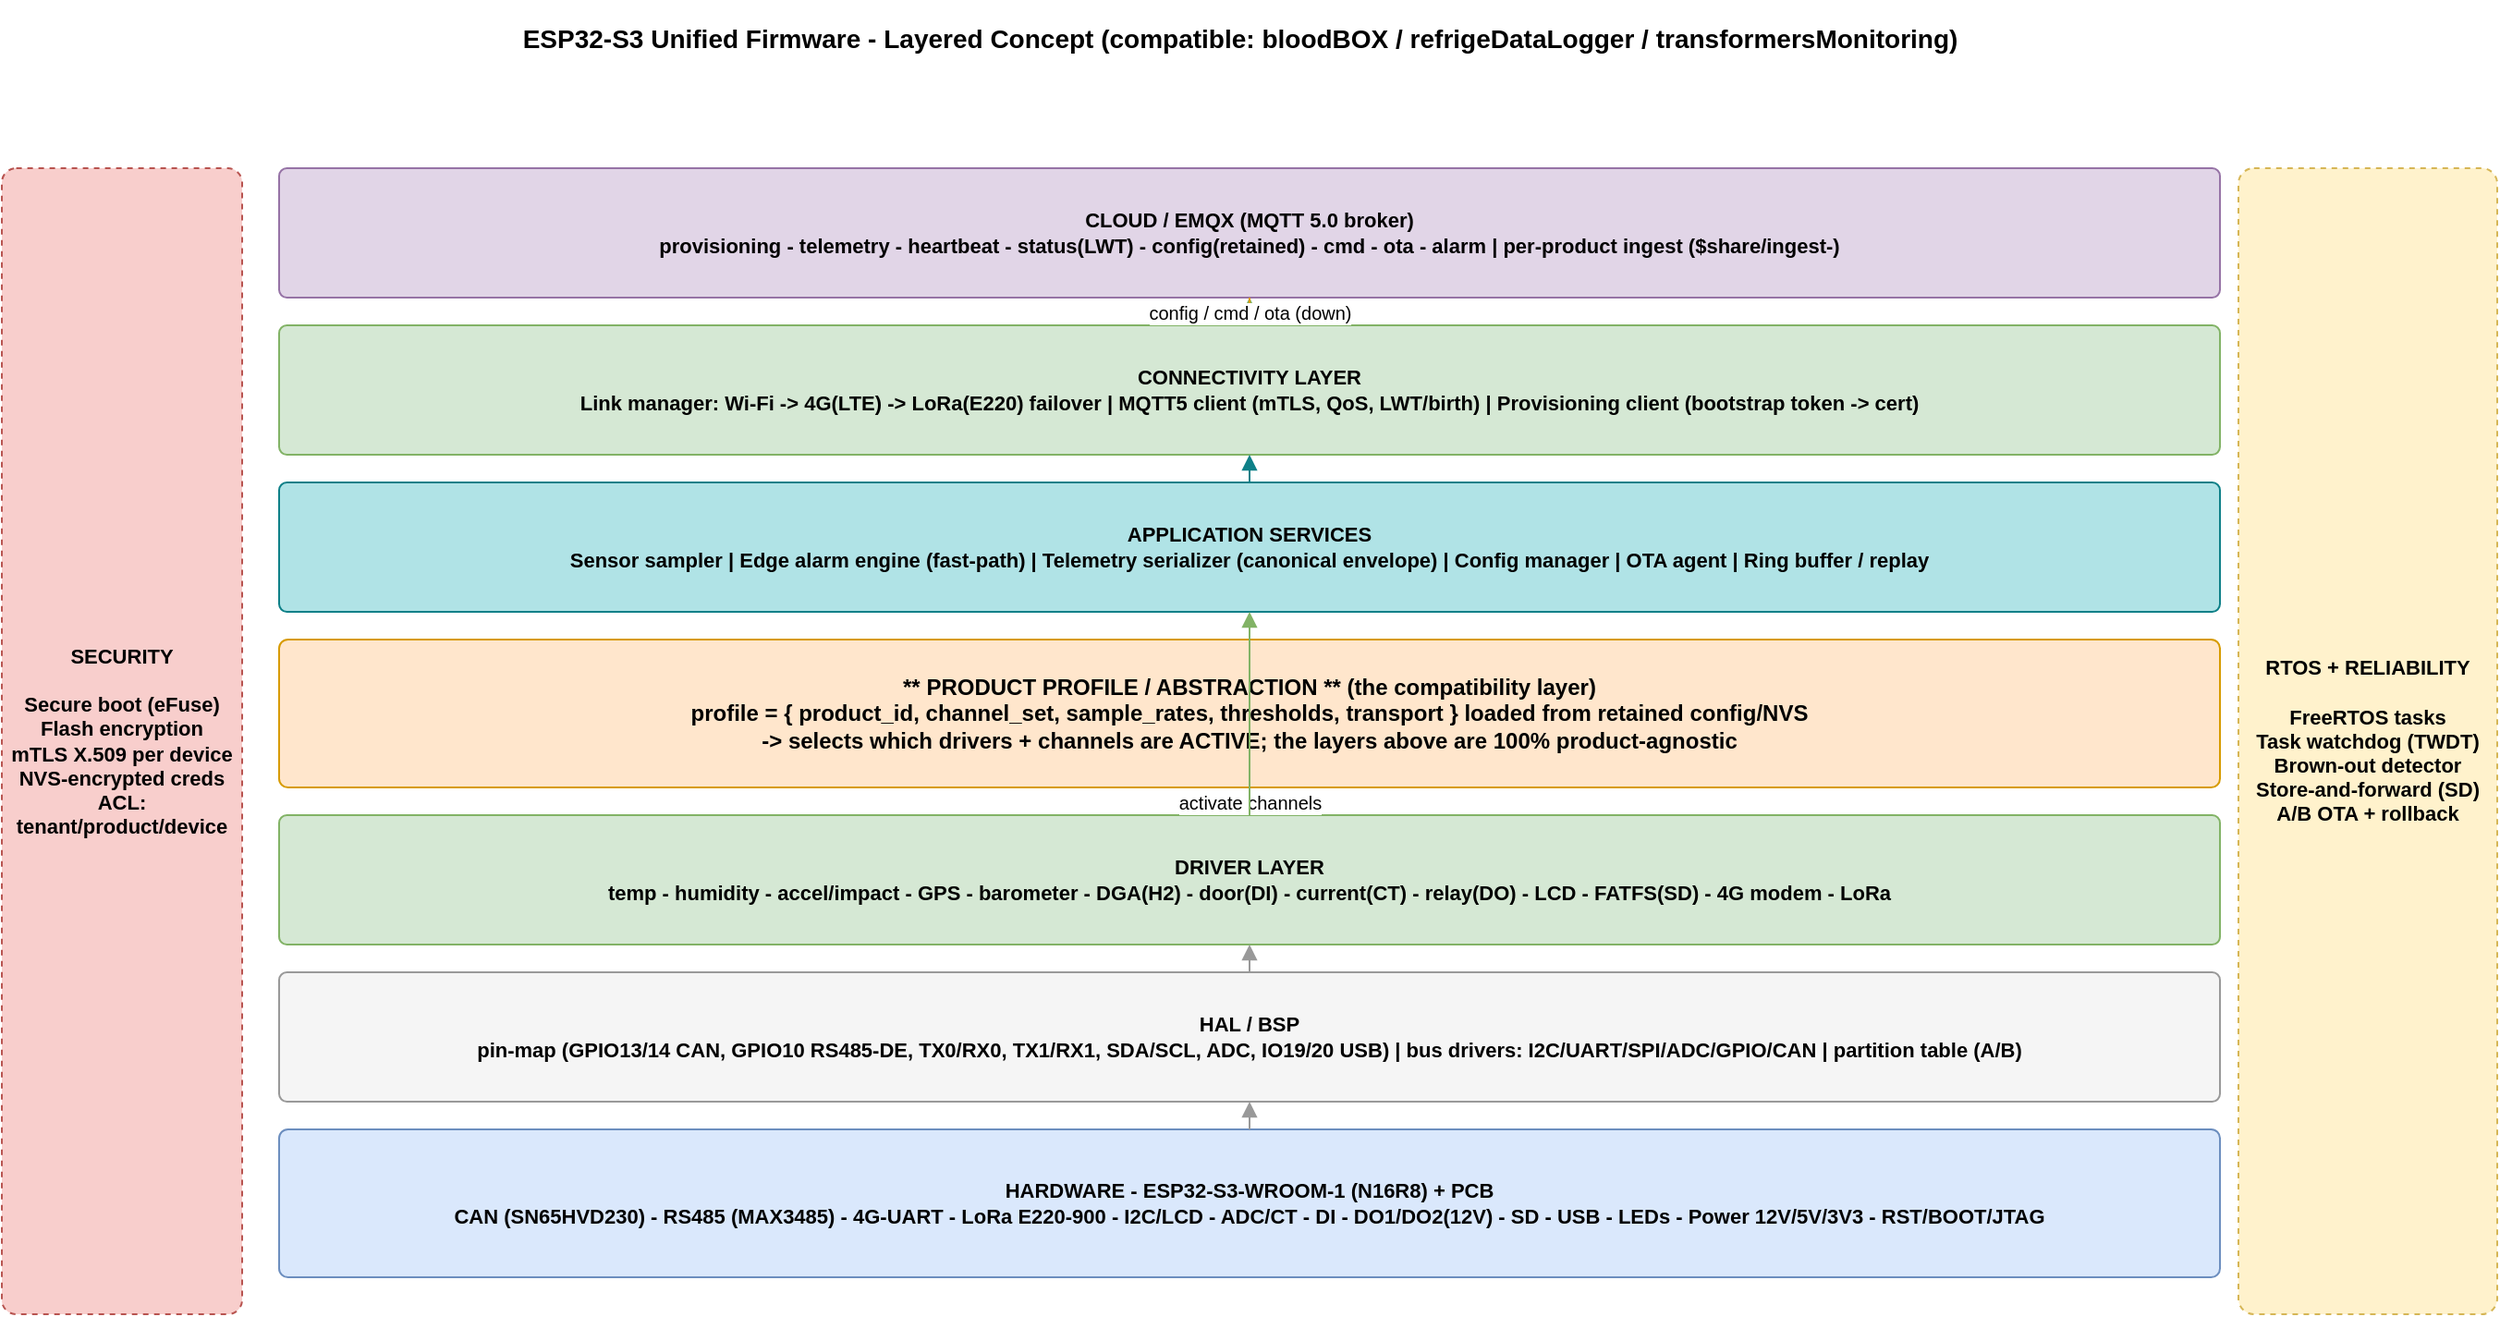
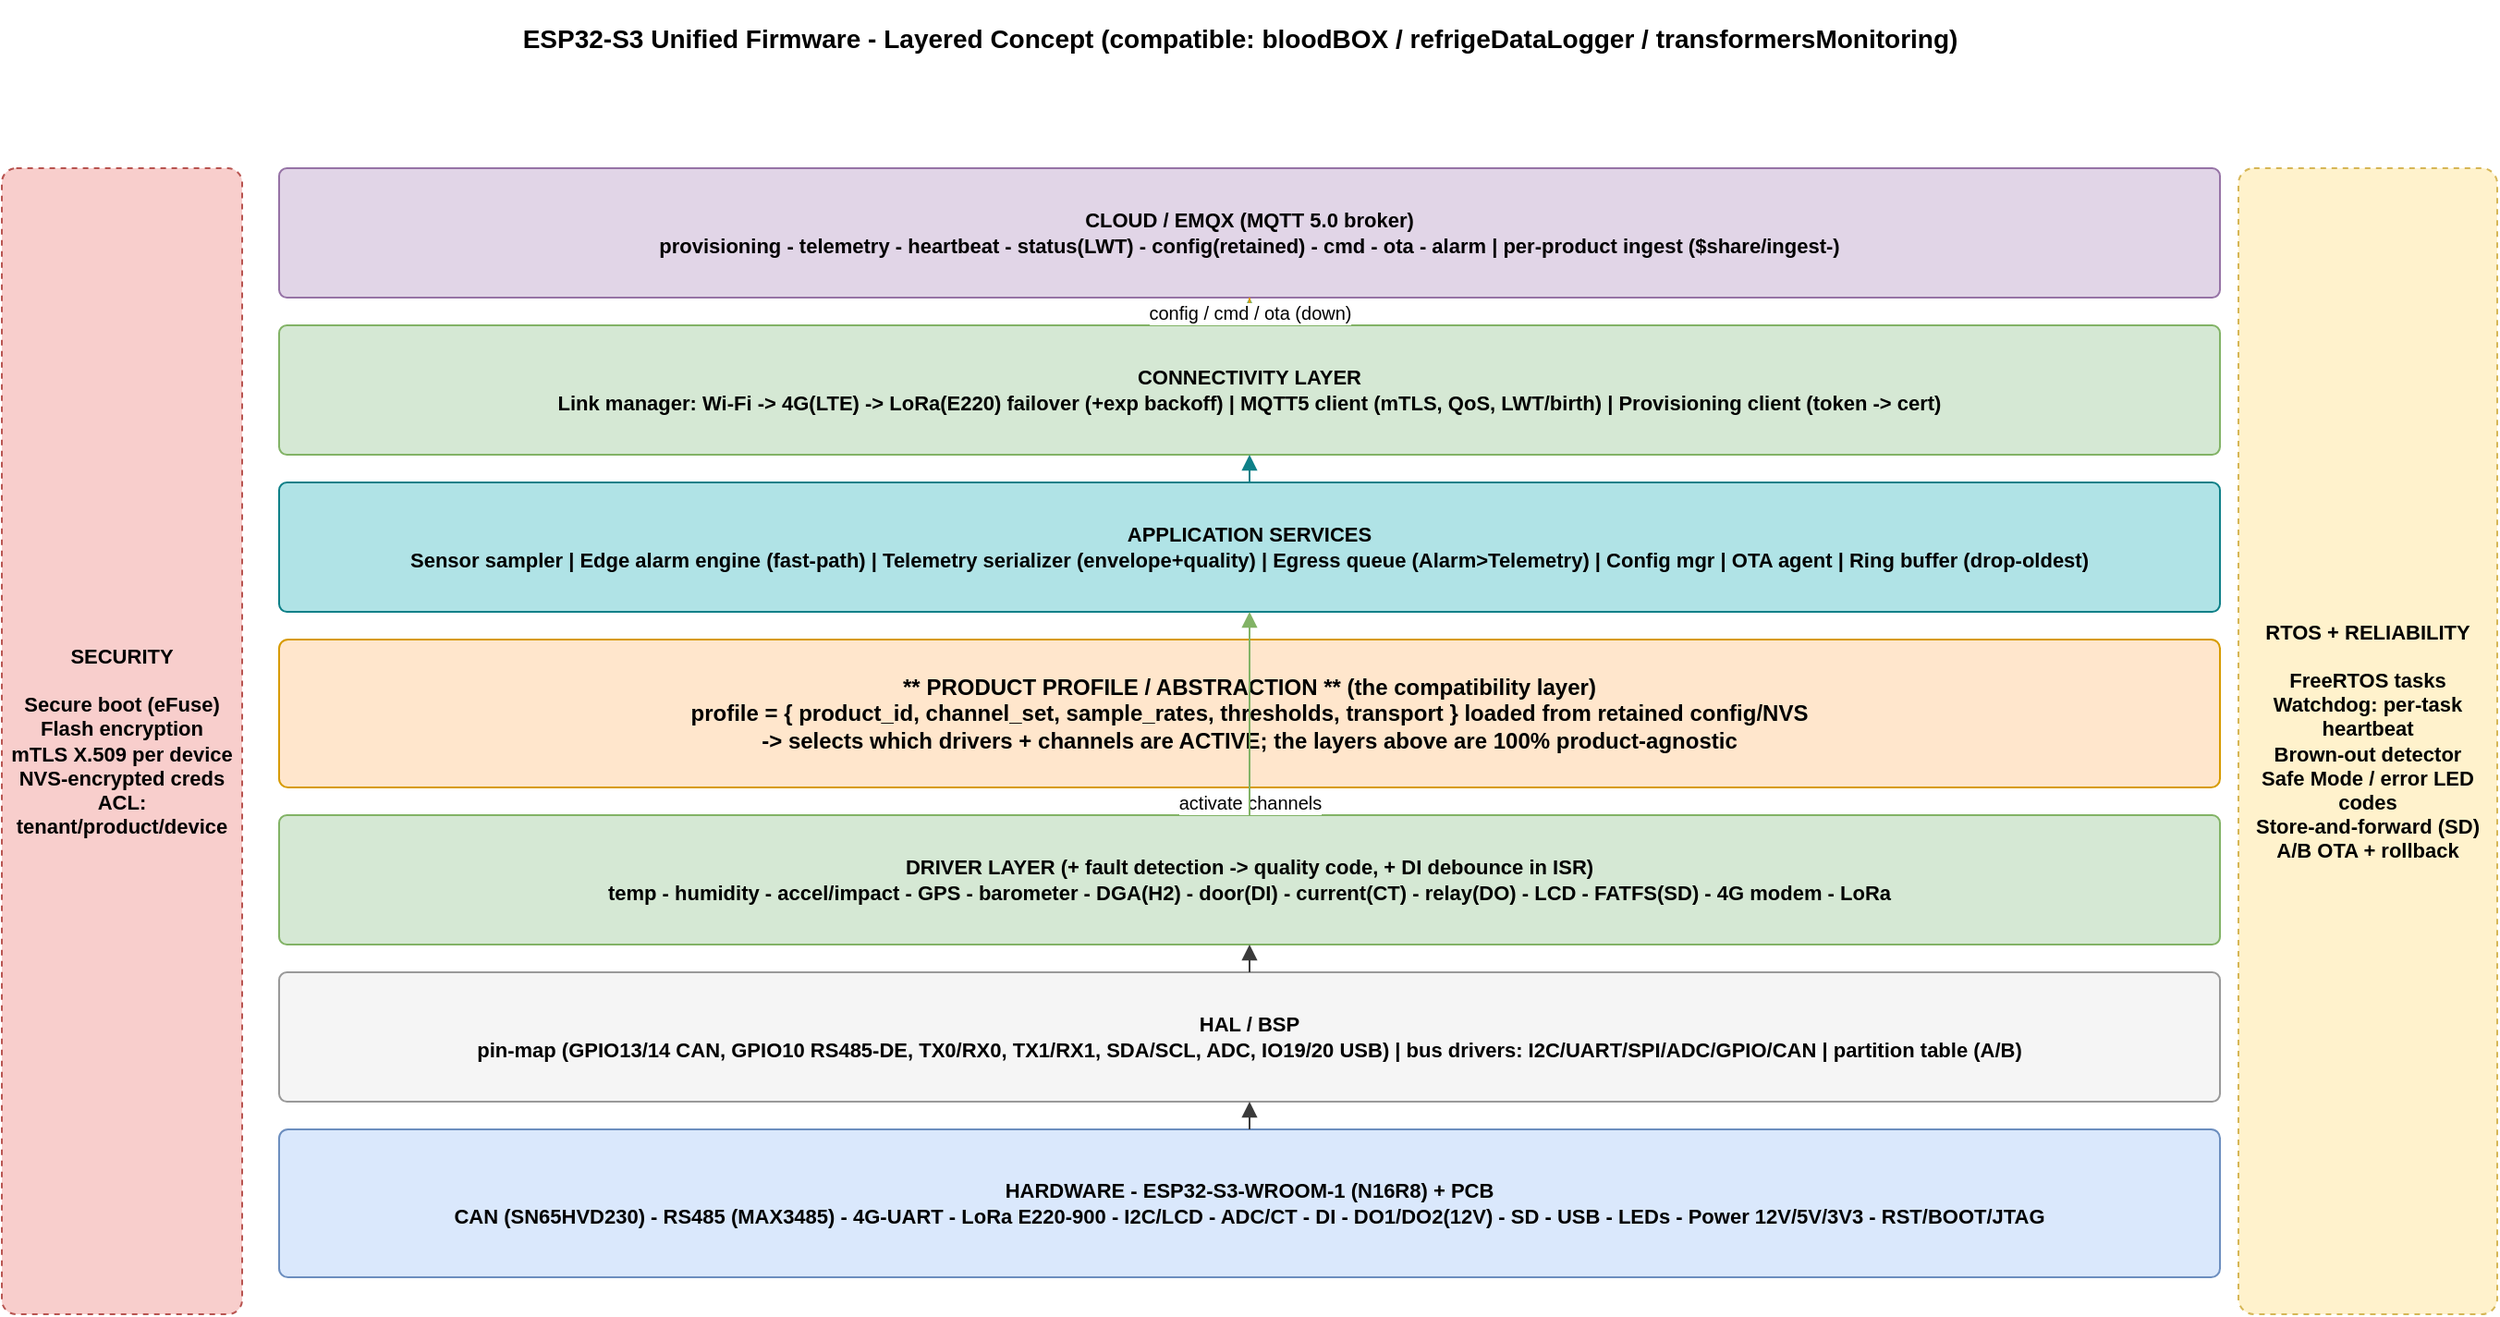
<mxfile host="app.diagrams.net" type="device">
  <diagram name="1. Firmware Architecture" id="fw_arch">
-     <mxGraphModel dx="1400" dy="900" grid="1" gridSize="10" guides="1" tooltips="1" connect="1" arrows="1" fold="1" page="1" pageScale="1" pageWidth="1500" pageHeight="1050" math="0" shadow="0">
+     <mxGraphModel dx="1400" dy="900" grid="1" gridSize="10" guides="1" tooltips="1" connect="1" arrows="1" fold="1" page="1" pageScale="1" pageWidth="1600" pageHeight="1250" math="0" shadow="0">
      <root><mxCell id="0"/><mxCell id="1" parent="0"/>
        <mxCell id="fw_arch_title" value="ESP32-S3 Unified Firmware - Layered Concept (compatible: bloodBOX / refrigeDataLogger / transformersMonitoring)" style="rounded=1;whiteSpace=wrap;html=1;arcSize=6;fillColor=#ffffff;strokeColor=#ffffff;fontSize=14;fontStyle=1;verticalAlign=middle;align=center;dashed=0;" vertex="1" parent="1"><mxGeometry x="160" y="30" width="1060" height="40" as="geometry"/></mxCell>
        <mxCell id="fw_arch_sec" value="SECURITY&#10;&#10;Secure boot (eFuse)&#10;Flash encryption&#10;mTLS X.509 per device&#10;NVS-encrypted creds&#10;ACL: tenant/product/device" style="rounded=1;whiteSpace=wrap;html=1;arcSize=6;fillColor=#f8cecc;strokeColor=#b85450;fontSize=11;fontStyle=1;verticalAlign=middle;align=center;dashed=1;" vertex="1" parent="1"><mxGeometry x="20" y="120" width="130" height="620" as="geometry"/></mxCell>
-         <mxCell id="fw_arch_rtos" value="RTOS + RELIABILITY&#10;&#10;FreeRTOS tasks&#10;Task watchdog (TWDT)&#10;Brown-out detector&#10;Store-and-forward (SD)&#10;A/B OTA + rollback" style="rounded=1;whiteSpace=wrap;html=1;arcSize=6;fillColor=#fff2cc;strokeColor=#d6b656;fontSize=11;fontStyle=1;verticalAlign=middle;align=center;dashed=1;" vertex="1" parent="1"><mxGeometry x="1230" y="120" width="140" height="620" as="geometry"/></mxCell>
+         <mxCell id="fw_arch_rtos" value="RTOS + RELIABILITY&#10;&#10;FreeRTOS tasks&#10;Watchdog: per-task heartbeat&#10;Brown-out detector&#10;Safe Mode / error LED codes&#10;Store-and-forward (SD)&#10;A/B OTA + rollback" style="rounded=1;whiteSpace=wrap;html=1;arcSize=6;fillColor=#fff2cc;strokeColor=#d6b656;fontSize=11;fontStyle=1;verticalAlign=middle;align=center;dashed=1;" vertex="1" parent="1"><mxGeometry x="1230" y="120" width="140" height="620" as="geometry"/></mxCell>
        <mxCell id="fw_arch_l7" value="CLOUD / EMQX (MQTT 5.0 broker)&#10;provisioning - telemetry - heartbeat - status(LWT) - config(retained) - cmd - ota - alarm   |   per-product ingest ($share/ingest-&lt;product&gt;)" style="rounded=1;whiteSpace=wrap;html=1;arcSize=6;fillColor=#e1d5e7;strokeColor=#9673a6;fontSize=11;fontStyle=1;verticalAlign=middle;align=center;dashed=0;" vertex="1" parent="1"><mxGeometry x="170" y="120" width="1050" height="70" as="geometry"/></mxCell>
-         <mxCell id="fw_arch_l6" value="CONNECTIVITY LAYER&#10;Link manager: Wi-Fi -&gt; 4G(LTE) -&gt; LoRa(E220) failover  |  MQTT5 client (mTLS, QoS, LWT/birth)  |  Provisioning client (bootstrap token -&gt; cert)" style="rounded=1;whiteSpace=wrap;html=1;arcSize=6;fillColor=#d5e8d4;strokeColor=#82b366;fontSize=11;fontStyle=1;verticalAlign=middle;align=center;dashed=0;" vertex="1" parent="1"><mxGeometry x="170" y="205" width="1050" height="70" as="geometry"/></mxCell>
-         <mxCell id="fw_arch_l5" value="APPLICATION SERVICES&#10;Sensor sampler  |  Edge alarm engine (fast-path)  |  Telemetry serializer (canonical envelope)  |  Config manager  |  OTA agent  |  Ring buffer / replay" style="rounded=1;whiteSpace=wrap;html=1;arcSize=6;fillColor=#b0e3e6;strokeColor=#0e8088;fontSize=11;fontStyle=1;verticalAlign=middle;align=center;dashed=0;" vertex="1" parent="1"><mxGeometry x="170" y="290" width="1050" height="70" as="geometry"/></mxCell>
+         <mxCell id="fw_arch_l6" value="CONNECTIVITY LAYER&#10;Link manager: Wi-Fi -&gt; 4G(LTE) -&gt; LoRa(E220) failover (+exp backoff)  |  MQTT5 client (mTLS, QoS, LWT/birth)  |  Provisioning client (token -&gt; cert)" style="rounded=1;whiteSpace=wrap;html=1;arcSize=6;fillColor=#d5e8d4;strokeColor=#82b366;fontSize=11;fontStyle=1;verticalAlign=middle;align=center;dashed=0;" vertex="1" parent="1"><mxGeometry x="170" y="205" width="1050" height="70" as="geometry"/></mxCell>
+         <mxCell id="fw_arch_l5" value="APPLICATION SERVICES&#10;Sensor sampler  |  Edge alarm engine (fast-path)  |  Telemetry serializer (envelope+quality)  |  Egress queue (Alarm&gt;Telemetry)  |  Config mgr  |  OTA agent  |  Ring buffer (drop-oldest)" style="rounded=1;whiteSpace=wrap;html=1;arcSize=6;fillColor=#b0e3e6;strokeColor=#0e8088;fontSize=11;fontStyle=1;verticalAlign=middle;align=center;dashed=0;" vertex="1" parent="1"><mxGeometry x="170" y="290" width="1050" height="70" as="geometry"/></mxCell>
        <mxCell id="fw_arch_l4" value="** PRODUCT PROFILE / ABSTRACTION **  (the compatibility layer)&#10;profile = { product_id, channel_set, sample_rates, thresholds, transport }  loaded from retained config/NVS&#10;-&gt; selects which drivers + channels are ACTIVE; the layers above are 100% product-agnostic" style="rounded=1;whiteSpace=wrap;html=1;arcSize=6;fillColor=#ffe6cc;strokeColor=#d79b00;fontSize=12;fontStyle=1;verticalAlign=middle;align=center;dashed=0;" vertex="1" parent="1"><mxGeometry x="170" y="375" width="1050" height="80" as="geometry"/></mxCell>
-         <mxCell id="fw_arch_l3" value="DRIVER LAYER&#10;temp - humidity - accel/impact - GPS - barometer - DGA(H2) - door(DI) - current(CT) - relay(DO) - LCD - FATFS(SD) - 4G modem - LoRa" style="rounded=1;whiteSpace=wrap;html=1;arcSize=6;fillColor=#d5e8d4;strokeColor=#82b366;fontSize=11;fontStyle=1;verticalAlign=middle;align=center;dashed=0;" vertex="1" parent="1"><mxGeometry x="170" y="470" width="1050" height="70" as="geometry"/></mxCell>
+         <mxCell id="fw_arch_l3" value="DRIVER LAYER  (+ fault detection -&gt; quality code, + DI debounce in ISR)&#10;temp - humidity - accel/impact - GPS - barometer - DGA(H2) - door(DI) - current(CT) - relay(DO) - LCD - FATFS(SD) - 4G modem - LoRa" style="rounded=1;whiteSpace=wrap;html=1;arcSize=6;fillColor=#d5e8d4;strokeColor=#82b366;fontSize=11;fontStyle=1;verticalAlign=middle;align=center;dashed=0;" vertex="1" parent="1"><mxGeometry x="170" y="470" width="1050" height="70" as="geometry"/></mxCell>
        <mxCell id="fw_arch_l2" value="HAL / BSP&#10;pin-map (GPIO13/14 CAN, GPIO10 RS485-DE, TX0/RX0, TX1/RX1, SDA/SCL, ADC, IO19/20 USB)  |  bus drivers: I2C/UART/SPI/ADC/GPIO/CAN  |  partition table (A/B)" style="rounded=1;whiteSpace=wrap;html=1;arcSize=6;fillColor=#f5f5f5;strokeColor=#999999;fontSize=11;fontStyle=1;verticalAlign=middle;align=center;dashed=0;" vertex="1" parent="1"><mxGeometry x="170" y="555" width="1050" height="70" as="geometry"/></mxCell>
        <mxCell id="fw_arch_l1" value="HARDWARE - ESP32-S3-WROOM-1 (N16R8) + PCB&#10;CAN (SN65HVD230) - RS485 (MAX3485) - 4G-UART - LoRa E220-900 - I2C/LCD - ADC/CT - DI - DO1/DO2(12V) - SD - USB - LEDs - Power 12V/5V/3V3 - RST/BOOT/JTAG" style="rounded=1;whiteSpace=wrap;html=1;arcSize=6;fillColor=#dae8fc;strokeColor=#6c8ebf;fontSize=11;fontStyle=1;verticalAlign=middle;align=center;dashed=0;" vertex="1" parent="1"><mxGeometry x="170" y="640" width="1050" height="80" as="geometry"/></mxCell>
-         <mxCell id="fw_arch_e1" value="" style="edgeStyle=orthogonalEdgeStyle;rounded=1;html=1;endArrow=block;strokeColor=#999999;fontSize=10;dashed=0;labelBackgroundColor=#ffffff;" edge="1" parent="1" source="fw_arch_l1" target="fw_arch_l2"><mxGeometry relative="1" as="geometry"/></mxCell>
-         <mxCell id="fw_arch_e2" value="" style="edgeStyle=orthogonalEdgeStyle;rounded=1;html=1;endArrow=block;strokeColor=#999999;fontSize=10;dashed=0;labelBackgroundColor=#ffffff;" edge="1" parent="1" source="fw_arch_l2" target="fw_arch_l3"><mxGeometry relative="1" as="geometry"/></mxCell>
+         <mxCell id="fw_arch_e1" value="" style="edgeStyle=orthogonalEdgeStyle;rounded=1;html=1;endArrow=block;strokeColor=#3b3b3b;fontSize=10;dashed=0;labelBackgroundColor=#ffffff;" edge="1" parent="1" source="fw_arch_l1" target="fw_arch_l2"><mxGeometry relative="1" as="geometry"/></mxCell>
+         <mxCell id="fw_arch_e2" value="" style="edgeStyle=orthogonalEdgeStyle;rounded=1;html=1;endArrow=block;strokeColor=#3b3b3b;fontSize=10;dashed=0;labelBackgroundColor=#ffffff;" edge="1" parent="1" source="fw_arch_l2" target="fw_arch_l3"><mxGeometry relative="1" as="geometry"/></mxCell>
        <mxCell id="fw_arch_e3" value="activate channels" style="edgeStyle=orthogonalEdgeStyle;rounded=1;html=1;endArrow=block;strokeColor=#d79b00;fontSize=10;dashed=1;labelBackgroundColor=#ffffff;" edge="1" parent="1" source="fw_arch_l4" target="fw_arch_l3"><mxGeometry relative="1" as="geometry"/></mxCell>
        <mxCell id="fw_arch_e4" value="" style="edgeStyle=orthogonalEdgeStyle;rounded=1;html=1;endArrow=block;strokeColor=#82b366;fontSize=10;dashed=0;labelBackgroundColor=#ffffff;" edge="1" parent="1" source="fw_arch_l3" target="fw_arch_l5"><mxGeometry relative="1" as="geometry"/></mxCell>
        <mxCell id="fw_arch_e5" value="" style="edgeStyle=orthogonalEdgeStyle;rounded=1;html=1;endArrow=block;strokeColor=#0e8088;fontSize=10;dashed=0;labelBackgroundColor=#ffffff;" edge="1" parent="1" source="fw_arch_l5" target="fw_arch_l6"><mxGeometry relative="1" as="geometry"/></mxCell>
        <mxCell id="fw_arch_e6" value="telemetry (up)" style="edgeStyle=orthogonalEdgeStyle;rounded=1;html=1;endArrow=block;strokeColor=#82b366;fontSize=10;dashed=0;labelBackgroundColor=#ffffff;" edge="1" parent="1" source="fw_arch_l6" target="fw_arch_l7"><mxGeometry relative="1" as="geometry"/></mxCell>
        <mxCell id="fw_arch_e7" value="config / cmd / ota (down)" style="edgeStyle=orthogonalEdgeStyle;rounded=1;html=1;endArrow=block;strokeColor=#d79b00;fontSize=10;dashed=1;labelBackgroundColor=#ffffff;" edge="1" parent="1" source="fw_arch_l7" target="fw_arch_l6"><mxGeometry relative="1" as="geometry"/></mxCell>
      </root></mxGraphModel>
  </diagram>
  <diagram name="2. Boot &amp; Provisioning Flow" id="fw_boot">
-     <mxGraphModel dx="1400" dy="900" grid="1" gridSize="10" guides="1" tooltips="1" connect="1" arrows="1" fold="1" page="1" pageScale="1" pageWidth="1500" pageHeight="1050" math="0" shadow="0">
+     <mxGraphModel dx="1400" dy="900" grid="1" gridSize="10" guides="1" tooltips="1" connect="1" arrows="1" fold="1" page="1" pageScale="1" pageWidth="1600" pageHeight="1250" math="0" shadow="0">
      <root><mxCell id="0"/><mxCell id="1" parent="0"/>
-         <mxCell id="fw_boot_b0" value="Power-on" style="ellipse;whiteSpace=wrap;html=1;fillColor=#fff2cc;strokeColor=#d6b656;fontSize=11;fontStyle=1;verticalAlign=middle;align=center;dashed=0;" vertex="1" parent="1"><mxGeometry x="480" y="30" width="160" height="50" as="geometry"/></mxCell>
-         <mxCell id="fw_boot_b1" value="Secure boot + flash-decrypt&#10;load bootloader (A/B slot)" style="rounded=1;whiteSpace=wrap;html=1;arcSize=6;fillColor=#dae8fc;strokeColor=#6c8ebf;fontSize=11;fontStyle=0;verticalAlign=middle;align=center;dashed=0;" vertex="1" parent="1"><mxGeometry x="460" y="110" width="240" height="60" as="geometry"/></mxCell>
-         <mxCell id="fw_boot_b2" value="Init HAL/BSP, mount NVS + FATFS(SD)" style="rounded=1;whiteSpace=wrap;html=1;arcSize=6;fillColor=#dae8fc;strokeColor=#6c8ebf;fontSize=11;fontStyle=0;verticalAlign=middle;align=center;dashed=0;" vertex="1" parent="1"><mxGeometry x="460" y="200" width="240" height="50" as="geometry"/></mxCell>
-         <mxCell id="fw_boot_b3" value="Provisioned?&#10;(cert + product_id in NVS)" style="rhombus;whiteSpace=wrap;html=1;fillColor=#ffe6cc;strokeColor=#d79b00;fontSize=11;fontStyle=1;verticalAlign=middle;align=center;dashed=0;" vertex="1" parent="1"><mxGeometry x="460" y="280" width="240" height="80" as="geometry"/></mxCell>
-         <mxCell id="fw_boot_p1" value="BOOTSTRAP&#10;TLS(server) + factory token" style="rounded=1;whiteSpace=wrap;html=1;arcSize=6;fillColor=#d5e8d4;strokeColor=#82b366;fontSize=11;fontStyle=0;verticalAlign=middle;align=center;dashed=0;" vertex="1" parent="1"><mxGeometry x="60" y="290" width="230" height="60" as="geometry"/></mxCell>
-         <mxCell id="fw_boot_p2" value="PUB provisioning/{chip_id}/request" style="shape=parallelogram;perimeter=parallelogramPerimeter;whiteSpace=wrap;html=1;fillColor=#d5e8d4;strokeColor=#82b366;fontSize=11;fontStyle=0;verticalAlign=middle;align=center;dashed=0;" vertex="1" parent="1"><mxGeometry x="60" y="375" width="230" height="50" as="geometry"/></mxCell>
-         <mxCell id="fw_boot_p3" value="Receive cert + client_id&#10;+ device_id + product_id" style="shape=parallelogram;perimeter=parallelogramPerimeter;whiteSpace=wrap;html=1;fillColor=#d5e8d4;strokeColor=#82b366;fontSize=11;fontStyle=0;verticalAlign=middle;align=center;dashed=0;" vertex="1" parent="1"><mxGeometry x="60" y="455" width="230" height="60" as="geometry"/></mxCell>
-         <mxCell id="fw_boot_p4" value="Store creds in encrypted NVS&#10;-&gt; reboot" style="rounded=1;whiteSpace=wrap;html=1;arcSize=6;fillColor=#dae8fc;strokeColor=#6c8ebf;fontSize=11;fontStyle=0;verticalAlign=middle;align=center;dashed=0;" vertex="1" parent="1"><mxGeometry x="60" y="545" width="230" height="60" as="geometry"/></mxCell>
-         <mxCell id="fw_boot_b4" value="Load cert + PRODUCT PROFILE&#10;(channel_set, rates, thresholds)" style="rounded=1;whiteSpace=wrap;html=1;arcSize=6;fillColor=#ffe6cc;strokeColor=#d79b00;fontSize=11;fontStyle=0;verticalAlign=middle;align=center;dashed=0;" vertex="1" parent="1"><mxGeometry x="460" y="400" width="240" height="60" as="geometry"/></mxCell>
-         <mxCell id="fw_boot_b5" value="Init ACTIVE sensor/actuator drivers&#10;per profile" style="rounded=1;whiteSpace=wrap;html=1;arcSize=6;fillColor=#d5e8d4;strokeColor=#82b366;fontSize=11;fontStyle=0;verticalAlign=middle;align=center;dashed=0;" vertex="1" parent="1"><mxGeometry x="460" y="490" width="240" height="60" as="geometry"/></mxCell>
-         <mxCell id="fw_boot_b6" value="Link bring-up: Wi-Fi -&gt; 4G -&gt; LoRa" style="rounded=1;whiteSpace=wrap;html=1;arcSize=6;fillColor=#dae8fc;strokeColor=#6c8ebf;fontSize=11;fontStyle=0;verticalAlign=middle;align=center;dashed=0;" vertex="1" parent="1"><mxGeometry x="460" y="575" width="240" height="50" as="geometry"/></mxCell>
-         <mxCell id="fw_boot_b7" value="MQTT connect (mTLS, clean_start=0,&#10;LWT status=offline retain)" style="rounded=1;whiteSpace=wrap;html=1;arcSize=6;fillColor=#dae8fc;strokeColor=#6c8ebf;fontSize=11;fontStyle=0;verticalAlign=middle;align=center;dashed=0;" vertex="1" parent="1"><mxGeometry x="460" y="650" width="240" height="60" as="geometry"/></mxCell>
-         <mxCell id="fw_boot_b8" value="PUB birth status=online (retain)&#10;SUB config / cmd / ota" style="shape=parallelogram;perimeter=parallelogramPerimeter;whiteSpace=wrap;html=1;fillColor=#dae8fc;strokeColor=#6c8ebf;fontSize=11;fontStyle=0;verticalAlign=middle;align=center;dashed=0;" vertex="1" parent="1"><mxGeometry x="460" y="735" width="240" height="60" as="geometry"/></mxCell>
-         <mxCell id="fw_boot_b9" value="Apply retained config (thresholds)" style="rounded=1;whiteSpace=wrap;html=1;arcSize=6;fillColor=#dae8fc;strokeColor=#6c8ebf;fontSize=11;fontStyle=0;verticalAlign=middle;align=center;dashed=0;" vertex="1" parent="1"><mxGeometry x="460" y="825" width="240" height="50" as="geometry"/></mxCell>
-         <mxCell id="fw_boot_b10" value="Enter RUNTIME (see page 3)" style="ellipse;whiteSpace=wrap;html=1;fillColor=#fff2cc;strokeColor=#d6b656;fontSize=11;fontStyle=1;verticalAlign=middle;align=center;dashed=0;" vertex="1" parent="1"><mxGeometry x="460" y="900" width="240" height="50" as="geometry"/></mxCell>
+         <mxCell id="fw_boot_b0" value="Power-on" style="ellipse;whiteSpace=wrap;html=1;fillColor=#fff2cc;strokeColor=#d6b656;fontSize=11;fontStyle=1;verticalAlign=middle;align=center;dashed=0;" vertex="1" parent="1"><mxGeometry x="560" y="20" width="160" height="46" as="geometry"/></mxCell>
+         <mxCell id="fw_boot_b1" value="Secure boot + flash-decrypt&#10;load bootloader (A/B slot)" style="rounded=1;whiteSpace=wrap;html=1;arcSize=6;fillColor=#dae8fc;strokeColor=#6c8ebf;fontSize=11;fontStyle=0;verticalAlign=middle;align=center;dashed=0;" vertex="1" parent="1"><mxGeometry x="540" y="90" width="250" height="50" as="geometry"/></mxCell>
+         <mxCell id="fw_boot_b2" value="Init HAL/BSP, mount NVS + FATFS(SD)" style="rounded=1;whiteSpace=wrap;html=1;arcSize=6;fillColor=#dae8fc;strokeColor=#6c8ebf;fontSize=11;fontStyle=0;verticalAlign=middle;align=center;dashed=0;" vertex="1" parent="1"><mxGeometry x="540" y="165" width="250" height="50" as="geometry"/></mxCell>
+         <mxCell id="fw_boot_hwok" value="HW self-test OK?&#10;(SD / I2C bus / power)" style="rhombus;whiteSpace=wrap;html=1;fillColor=#ffe6cc;strokeColor=#d79b00;fontSize=10;fontStyle=1;verticalAlign=middle;align=center;dashed=0;" vertex="1" parent="1"><mxGeometry x="560" y="235" width="210" height="95" as="geometry"/></mxCell>
+         <mxCell id="fw_boot_safe" value="SAFE MODE / ERROR STATE&#10;LED blink error code&#10;log fault to NVS&#10;degrade: skip faulty subsystem&#10;(report-only when link up)" style="rounded=1;whiteSpace=wrap;html=1;arcSize=6;fillColor=#f8cecc;strokeColor=#b85450;fontSize=10;fontStyle=0;verticalAlign=middle;align=center;dashed=0;" vertex="1" parent="1"><mxGeometry x="170" y="235" width="260" height="120" as="geometry"/></mxCell>
+         <mxCell id="fw_boot_b3" value="Provisioned?&#10;(cert + product_id in NVS)" style="rhombus;whiteSpace=wrap;html=1;fillColor=#ffe6cc;strokeColor=#d79b00;fontSize=10;fontStyle=1;verticalAlign=middle;align=center;dashed=0;" vertex="1" parent="1"><mxGeometry x="560" y="360" width="210" height="95" as="geometry"/></mxCell>
+         <mxCell id="fw_boot_p1" value="BOOTSTRAP: TLS(server) + factory token" style="rounded=1;whiteSpace=wrap;html=1;arcSize=6;fillColor=#d5e8d4;strokeColor=#82b366;fontSize=11;fontStyle=0;verticalAlign=middle;align=center;dashed=0;" vertex="1" parent="1"><mxGeometry x="110" y="470" width="250" height="50" as="geometry"/></mxCell>
+         <mxCell id="fw_boot_p2" value="PUB provisioning/{chip_id}/request" style="shape=parallelogram;perimeter=parallelogramPerimeter;whiteSpace=wrap;html=1;fillColor=#d5e8d4;strokeColor=#82b366;fontSize=11;fontStyle=0;verticalAlign=middle;align=center;dashed=0;" vertex="1" parent="1"><mxGeometry x="110" y="540" width="250" height="45" as="geometry"/></mxCell>
+         <mxCell id="fw_boot_pok" value="Server OK?&#10;(response received)" style="rhombus;whiteSpace=wrap;html=1;fillColor=#d5e8d4;strokeColor=#82b366;fontSize=10;fontStyle=1;verticalAlign=middle;align=center;dashed=0;" vertex="1" parent="1"><mxGeometry x="150" y="605" width="180" height="90" as="geometry"/></mxCell>
+         <mxCell id="fw_boot_pbk" value="RETRY: exponential backoff&#10;(cap + jitter)" style="rounded=1;whiteSpace=wrap;html=1;arcSize=6;fillColor=#fff2cc;strokeColor=#d6b656;fontSize=11;fontStyle=0;verticalAlign=middle;align=center;dashed=0;" vertex="1" parent="1"><mxGeometry x="110" y="720" width="250" height="55" as="geometry"/></mxCell>
+         <mxCell id="fw_boot_p3" value="Receive cert + client_id&#10;+ device_id + product_id" style="shape=parallelogram;perimeter=parallelogramPerimeter;whiteSpace=wrap;html=1;fillColor=#d5e8d4;strokeColor=#82b366;fontSize=11;fontStyle=0;verticalAlign=middle;align=center;dashed=0;" vertex="1" parent="1"><mxGeometry x="110" y="800" width="250" height="55" as="geometry"/></mxCell>
+         <mxCell id="fw_boot_p4" value="Store creds in encrypted NVS" style="rounded=1;whiteSpace=wrap;html=1;arcSize=6;fillColor=#d5e8d4;strokeColor=#82b366;fontSize=11;fontStyle=0;verticalAlign=middle;align=center;dashed=0;" vertex="1" parent="1"><mxGeometry x="110" y="880" width="250" height="45" as="geometry"/></mxCell>
+         <mxCell id="fw_boot_b4" value="Load cert + PRODUCT PROFILE&#10;(channels, rates, thresholds)" style="rounded=1;whiteSpace=wrap;html=1;arcSize=6;fillColor=#ffe6cc;strokeColor=#d79b00;fontSize=11;fontStyle=0;verticalAlign=middle;align=center;dashed=0;" vertex="1" parent="1"><mxGeometry x="540" y="485" width="250" height="55" as="geometry"/></mxCell>
+         <mxCell id="fw_boot_b5" value="Init ACTIVE drivers per profile" style="rounded=1;whiteSpace=wrap;html=1;arcSize=6;fillColor=#d5e8d4;strokeColor=#82b366;fontSize=11;fontStyle=0;verticalAlign=middle;align=center;dashed=0;" vertex="1" parent="1"><mxGeometry x="540" y="565" width="250" height="45" as="geometry"/></mxCell>
+         <mxCell id="fw_boot_b6" value="Link bring-up: try Wi-Fi -&gt; 4G -&gt; LoRa&#10;(each with timeout)" style="rounded=1;whiteSpace=wrap;html=1;arcSize=6;fillColor=#dae8fc;strokeColor=#6c8ebf;fontSize=11;fontStyle=0;verticalAlign=middle;align=center;dashed=0;" vertex="1" parent="1"><mxGeometry x="540" y="635" width="250" height="55" as="geometry"/></mxCell>
+         <mxCell id="fw_boot_linkok" value="Any link up?" style="rhombus;whiteSpace=wrap;html=1;fillColor=#ffe6cc;strokeColor=#d79b00;fontSize=10;fontStyle=1;verticalAlign=middle;align=center;dashed=0;" vertex="1" parent="1"><mxGeometry x="560" y="710" width="210" height="85" as="geometry"/></mxCell>
+         <mxCell id="fw_boot_lbk" value="Wait / light-sleep&#10;+ exponential backoff (cap, jitter)" style="rounded=1;whiteSpace=wrap;html=1;arcSize=6;fillColor=#fff2cc;strokeColor=#d6b656;fontSize=11;fontStyle=0;verticalAlign=middle;align=center;dashed=0;" vertex="1" parent="1"><mxGeometry x="840" y="710" width="250" height="75" as="geometry"/></mxCell>
+         <mxCell id="fw_boot_b7" value="MQTT connect&#10;(mTLS, clean_start=0, LWT offline)" style="rounded=1;whiteSpace=wrap;html=1;arcSize=6;fillColor=#dae8fc;strokeColor=#6c8ebf;fontSize=11;fontStyle=0;verticalAlign=middle;align=center;dashed=0;" vertex="1" parent="1"><mxGeometry x="540" y="820" width="250" height="55" as="geometry"/></mxCell>
+         <mxCell id="fw_boot_mqok" value="MQTT connected?" style="rhombus;whiteSpace=wrap;html=1;fillColor=#ffe6cc;strokeColor=#d79b00;fontSize=10;fontStyle=1;verticalAlign=middle;align=center;dashed=0;" vertex="1" parent="1"><mxGeometry x="560" y="895" width="210" height="80" as="geometry"/></mxCell>
+         <mxCell id="fw_boot_b8" value="PUB birth status=online (retain)&#10;SUB config / cmd / ota" style="shape=parallelogram;perimeter=parallelogramPerimeter;whiteSpace=wrap;html=1;fillColor=#dae8fc;strokeColor=#6c8ebf;fontSize=11;fontStyle=0;verticalAlign=middle;align=center;dashed=0;" vertex="1" parent="1"><mxGeometry x="540" y="1000" width="250" height="55" as="geometry"/></mxCell>
+         <mxCell id="fw_boot_b9" value="Apply retained config (thresholds)" style="rounded=1;whiteSpace=wrap;html=1;arcSize=6;fillColor=#dae8fc;strokeColor=#6c8ebf;fontSize=11;fontStyle=0;verticalAlign=middle;align=center;dashed=0;" vertex="1" parent="1"><mxGeometry x="540" y="1075" width="250" height="45" as="geometry"/></mxCell>
+         <mxCell id="fw_boot_b10" value="Enter RUNTIME (page 3)" style="ellipse;whiteSpace=wrap;html=1;fillColor=#fff2cc;strokeColor=#d6b656;fontSize=11;fontStyle=1;verticalAlign=middle;align=center;dashed=0;" vertex="1" parent="1"><mxGeometry x="560" y="1140" width="210" height="46" as="geometry"/></mxCell>
        <mxCell id="fw_boot_e1" value="" style="edgeStyle=orthogonalEdgeStyle;rounded=1;html=1;endArrow=block;strokeColor=#3b3b3b;fontSize=10;dashed=0;labelBackgroundColor=#ffffff;" edge="1" parent="1" source="fw_boot_b0" target="fw_boot_b1"><mxGeometry relative="1" as="geometry"/></mxCell>
        <mxCell id="fw_boot_e2" value="" style="edgeStyle=orthogonalEdgeStyle;rounded=1;html=1;endArrow=block;strokeColor=#3b3b3b;fontSize=10;dashed=0;labelBackgroundColor=#ffffff;" edge="1" parent="1" source="fw_boot_b1" target="fw_boot_b2"><mxGeometry relative="1" as="geometry"/></mxCell>
-         <mxCell id="fw_boot_e3" value="" style="edgeStyle=orthogonalEdgeStyle;rounded=1;html=1;endArrow=block;strokeColor=#3b3b3b;fontSize=10;dashed=0;labelBackgroundColor=#ffffff;" edge="1" parent="1" source="fw_boot_b2" target="fw_boot_b3"><mxGeometry relative="1" as="geometry"/></mxCell>
-         <mxCell id="fw_boot_e4" value="no" style="edgeStyle=orthogonalEdgeStyle;rounded=1;html=1;endArrow=block;strokeColor=#b85450;fontSize=10;dashed=1;labelBackgroundColor=#ffffff;" edge="1" parent="1" source="fw_boot_b3" target="fw_boot_p1"><mxGeometry relative="1" as="geometry"/></mxCell>
-         <mxCell id="fw_boot_e5" value="" style="edgeStyle=orthogonalEdgeStyle;rounded=1;html=1;endArrow=block;strokeColor=#3b3b3b;fontSize=10;dashed=0;labelBackgroundColor=#ffffff;" edge="1" parent="1" source="fw_boot_p1" target="fw_boot_p2"><mxGeometry relative="1" as="geometry"/></mxCell>
-         <mxCell id="fw_boot_e6" value="" style="edgeStyle=orthogonalEdgeStyle;rounded=1;html=1;endArrow=block;strokeColor=#3b3b3b;fontSize=10;dashed=0;labelBackgroundColor=#ffffff;" edge="1" parent="1" source="fw_boot_p2" target="fw_boot_p3"><mxGeometry relative="1" as="geometry"/></mxCell>
-         <mxCell id="fw_boot_e7" value="" style="edgeStyle=orthogonalEdgeStyle;rounded=1;html=1;endArrow=block;strokeColor=#3b3b3b;fontSize=10;dashed=0;labelBackgroundColor=#ffffff;" edge="1" parent="1" source="fw_boot_p3" target="fw_boot_p4"><mxGeometry relative="1" as="geometry"/></mxCell>
-         <mxCell id="fw_boot_e8" value="reboot" style="edgeStyle=orthogonalEdgeStyle;rounded=1;html=1;endArrow=block;strokeColor=#999999;fontSize=10;dashed=1;labelBackgroundColor=#ffffff;exitX=0.5;exitY=0;entryX=0;entryY=0.5;" edge="1" parent="1" source="fw_boot_p4" target="fw_boot_b1"><mxGeometry relative="1" as="geometry"/></mxCell>
-         <mxCell id="fw_boot_e9" value="yes" style="edgeStyle=orthogonalEdgeStyle;rounded=1;html=1;endArrow=block;strokeColor=#82b366;fontSize=10;dashed=0;labelBackgroundColor=#ffffff;" edge="1" parent="1" source="fw_boot_b3" target="fw_boot_b4"><mxGeometry relative="1" as="geometry"/></mxCell>
-         <mxCell id="fw_boot_e10" value="" style="edgeStyle=orthogonalEdgeStyle;rounded=1;html=1;endArrow=block;strokeColor=#3b3b3b;fontSize=10;dashed=0;labelBackgroundColor=#ffffff;" edge="1" parent="1" source="fw_boot_b4" target="fw_boot_b5"><mxGeometry relative="1" as="geometry"/></mxCell>
-         <mxCell id="fw_boot_e11" value="" style="edgeStyle=orthogonalEdgeStyle;rounded=1;html=1;endArrow=block;strokeColor=#3b3b3b;fontSize=10;dashed=0;labelBackgroundColor=#ffffff;" edge="1" parent="1" source="fw_boot_b5" target="fw_boot_b6"><mxGeometry relative="1" as="geometry"/></mxCell>
-         <mxCell id="fw_boot_e12" value="" style="edgeStyle=orthogonalEdgeStyle;rounded=1;html=1;endArrow=block;strokeColor=#3b3b3b;fontSize=10;dashed=0;labelBackgroundColor=#ffffff;" edge="1" parent="1" source="fw_boot_b6" target="fw_boot_b7"><mxGeometry relative="1" as="geometry"/></mxCell>
-         <mxCell id="fw_boot_e13" value="" style="edgeStyle=orthogonalEdgeStyle;rounded=1;html=1;endArrow=block;strokeColor=#3b3b3b;fontSize=10;dashed=0;labelBackgroundColor=#ffffff;" edge="1" parent="1" source="fw_boot_b7" target="fw_boot_b8"><mxGeometry relative="1" as="geometry"/></mxCell>
-         <mxCell id="fw_boot_e14" value="" style="edgeStyle=orthogonalEdgeStyle;rounded=1;html=1;endArrow=block;strokeColor=#3b3b3b;fontSize=10;dashed=0;labelBackgroundColor=#ffffff;" edge="1" parent="1" source="fw_boot_b8" target="fw_boot_b9"><mxGeometry relative="1" as="geometry"/></mxCell>
-         <mxCell id="fw_boot_e15" value="" style="edgeStyle=orthogonalEdgeStyle;rounded=1;html=1;endArrow=block;strokeColor=#3b3b3b;fontSize=10;dashed=0;labelBackgroundColor=#ffffff;" edge="1" parent="1" source="fw_boot_b9" target="fw_boot_b10"><mxGeometry relative="1" as="geometry"/></mxCell>
+         <mxCell id="fw_boot_e3" value="" style="edgeStyle=orthogonalEdgeStyle;rounded=1;html=1;endArrow=block;strokeColor=#3b3b3b;fontSize=10;dashed=0;labelBackgroundColor=#ffffff;" edge="1" parent="1" source="fw_boot_b2" target="fw_boot_hwok"><mxGeometry relative="1" as="geometry"/></mxCell>
+         <mxCell id="fw_boot_e4" value="no - HW fault" style="edgeStyle=orthogonalEdgeStyle;rounded=1;html=1;endArrow=block;strokeColor=#b85450;fontSize=10;dashed=1;labelBackgroundColor=#ffffff;" edge="1" parent="1" source="fw_boot_hwok" target="fw_boot_safe"><mxGeometry relative="1" as="geometry"/></mxCell>
+         <mxCell id="fw_boot_e5" value="yes" style="edgeStyle=orthogonalEdgeStyle;rounded=1;html=1;endArrow=block;strokeColor=#82b366;fontSize=10;dashed=0;labelBackgroundColor=#ffffff;" edge="1" parent="1" source="fw_boot_hwok" target="fw_boot_b3"><mxGeometry relative="1" as="geometry"/></mxCell>
+         <mxCell id="fw_boot_e6" value="report-only link" style="edgeStyle=orthogonalEdgeStyle;rounded=1;html=1;endArrow=block;strokeColor=#b85450;fontSize=10;dashed=1;labelBackgroundColor=#ffffff;exitX=0.5;exitY=1;entryX=0;entryY=0.5;" edge="1" parent="1" source="fw_boot_safe" target="fw_boot_b6"><mxGeometry relative="1" as="geometry"/></mxCell>
+         <mxCell id="fw_boot_e7" value="no" style="edgeStyle=orthogonalEdgeStyle;rounded=1;html=1;endArrow=block;strokeColor=#b85450;fontSize=10;dashed=1;labelBackgroundColor=#ffffff;" edge="1" parent="1" source="fw_boot_b3" target="fw_boot_p1"><mxGeometry relative="1" as="geometry"/></mxCell>
+         <mxCell id="fw_boot_e8" value="yes" style="edgeStyle=orthogonalEdgeStyle;rounded=1;html=1;endArrow=block;strokeColor=#82b366;fontSize=10;dashed=0;labelBackgroundColor=#ffffff;" edge="1" parent="1" source="fw_boot_b3" target="fw_boot_b4"><mxGeometry relative="1" as="geometry"/></mxCell>
+         <mxCell id="fw_boot_e9" value="" style="edgeStyle=orthogonalEdgeStyle;rounded=1;html=1;endArrow=block;strokeColor=#3b3b3b;fontSize=10;dashed=0;labelBackgroundColor=#ffffff;" edge="1" parent="1" source="fw_boot_p1" target="fw_boot_p2"><mxGeometry relative="1" as="geometry"/></mxCell>
+         <mxCell id="fw_boot_e10" value="" style="edgeStyle=orthogonalEdgeStyle;rounded=1;html=1;endArrow=block;strokeColor=#3b3b3b;fontSize=10;dashed=0;labelBackgroundColor=#ffffff;" edge="1" parent="1" source="fw_boot_p2" target="fw_boot_pok"><mxGeometry relative="1" as="geometry"/></mxCell>
+         <mxCell id="fw_boot_e11" value="no" style="edgeStyle=orthogonalEdgeStyle;rounded=1;html=1;endArrow=block;strokeColor=#b85450;fontSize=10;dashed=1;labelBackgroundColor=#ffffff;" edge="1" parent="1" source="fw_boot_pok" target="fw_boot_pbk"><mxGeometry relative="1" as="geometry"/></mxCell>
+         <mxCell id="fw_boot_e12" value="retry" style="edgeStyle=orthogonalEdgeStyle;rounded=1;html=1;endArrow=block;strokeColor=#d6b656;fontSize=10;dashed=1;labelBackgroundColor=#ffffff;exitX=1;exitY=0.5;entryX=1;entryY=0.5;" edge="1" parent="1" source="fw_boot_pbk" target="fw_boot_p1"><mxGeometry relative="1" as="geometry"/></mxCell>
+         <mxCell id="fw_boot_e13" value="yes" style="edgeStyle=orthogonalEdgeStyle;rounded=1;html=1;endArrow=block;strokeColor=#82b366;fontSize=10;dashed=0;labelBackgroundColor=#ffffff;" edge="1" parent="1" source="fw_boot_pok" target="fw_boot_p3"><mxGeometry relative="1" as="geometry"/></mxCell>
+         <mxCell id="fw_boot_e14" value="" style="edgeStyle=orthogonalEdgeStyle;rounded=1;html=1;endArrow=block;strokeColor=#3b3b3b;fontSize=10;dashed=0;labelBackgroundColor=#ffffff;" edge="1" parent="1" source="fw_boot_p3" target="fw_boot_p4"><mxGeometry relative="1" as="geometry"/></mxCell>
+         <mxCell id="fw_boot_e15" value="reboot" style="edgeStyle=orthogonalEdgeStyle;rounded=1;html=1;endArrow=block;strokeColor=#999999;fontSize=10;dashed=1;labelBackgroundColor=#ffffff;exitX=0.5;exitY=1;entryX=0;entryY=0.3;" edge="1" parent="1" source="fw_boot_p4" target="fw_boot_b1"><mxGeometry relative="1" as="geometry"/></mxCell>
+         <mxCell id="fw_boot_e16" value="" style="edgeStyle=orthogonalEdgeStyle;rounded=1;html=1;endArrow=block;strokeColor=#3b3b3b;fontSize=10;dashed=0;labelBackgroundColor=#ffffff;" edge="1" parent="1" source="fw_boot_b4" target="fw_boot_b5"><mxGeometry relative="1" as="geometry"/></mxCell>
+         <mxCell id="fw_boot_e17" value="" style="edgeStyle=orthogonalEdgeStyle;rounded=1;html=1;endArrow=block;strokeColor=#3b3b3b;fontSize=10;dashed=0;labelBackgroundColor=#ffffff;" edge="1" parent="1" source="fw_boot_b5" target="fw_boot_b6"><mxGeometry relative="1" as="geometry"/></mxCell>
+         <mxCell id="fw_boot_e18" value="" style="edgeStyle=orthogonalEdgeStyle;rounded=1;html=1;endArrow=block;strokeColor=#3b3b3b;fontSize=10;dashed=0;labelBackgroundColor=#ffffff;" edge="1" parent="1" source="fw_boot_b6" target="fw_boot_linkok"><mxGeometry relative="1" as="geometry"/></mxCell>
+         <mxCell id="fw_boot_e19" value="no - all links failed" style="edgeStyle=orthogonalEdgeStyle;rounded=1;html=1;endArrow=block;strokeColor=#b85450;fontSize=10;dashed=1;labelBackgroundColor=#ffffff;" edge="1" parent="1" source="fw_boot_linkok" target="fw_boot_lbk"><mxGeometry relative="1" as="geometry"/></mxCell>
+         <mxCell id="fw_boot_e20" value="retry" style="edgeStyle=orthogonalEdgeStyle;rounded=1;html=1;endArrow=block;strokeColor=#d6b656;fontSize=10;dashed=1;labelBackgroundColor=#ffffff;exitX=0.5;exitY=0;entryX=1;entryY=0.5;" edge="1" parent="1" source="fw_boot_lbk" target="fw_boot_b6"><mxGeometry relative="1" as="geometry"/></mxCell>
+         <mxCell id="fw_boot_e21" value="yes" style="edgeStyle=orthogonalEdgeStyle;rounded=1;html=1;endArrow=block;strokeColor=#82b366;fontSize=10;dashed=0;labelBackgroundColor=#ffffff;" edge="1" parent="1" source="fw_boot_linkok" target="fw_boot_b7"><mxGeometry relative="1" as="geometry"/></mxCell>
+         <mxCell id="fw_boot_e22" value="" style="edgeStyle=orthogonalEdgeStyle;rounded=1;html=1;endArrow=block;strokeColor=#3b3b3b;fontSize=10;dashed=0;labelBackgroundColor=#ffffff;" edge="1" parent="1" source="fw_boot_b7" target="fw_boot_mqok"><mxGeometry relative="1" as="geometry"/></mxCell>
+         <mxCell id="fw_boot_e23" value="no - backoff" style="edgeStyle=orthogonalEdgeStyle;rounded=1;html=1;endArrow=block;strokeColor=#b85450;fontSize=10;dashed=1;labelBackgroundColor=#ffffff;exitX=1;exitY=0.5;entryX=0.5;entryY=1;" edge="1" parent="1" source="fw_boot_mqok" target="fw_boot_lbk"><mxGeometry relative="1" as="geometry"/></mxCell>
+         <mxCell id="fw_boot_e24" value="yes" style="edgeStyle=orthogonalEdgeStyle;rounded=1;html=1;endArrow=block;strokeColor=#82b366;fontSize=10;dashed=0;labelBackgroundColor=#ffffff;" edge="1" parent="1" source="fw_boot_mqok" target="fw_boot_b8"><mxGeometry relative="1" as="geometry"/></mxCell>
+         <mxCell id="fw_boot_e25" value="" style="edgeStyle=orthogonalEdgeStyle;rounded=1;html=1;endArrow=block;strokeColor=#3b3b3b;fontSize=10;dashed=0;labelBackgroundColor=#ffffff;" edge="1" parent="1" source="fw_boot_b8" target="fw_boot_b9"><mxGeometry relative="1" as="geometry"/></mxCell>
+         <mxCell id="fw_boot_e26" value="" style="edgeStyle=orthogonalEdgeStyle;rounded=1;html=1;endArrow=block;strokeColor=#3b3b3b;fontSize=10;dashed=0;labelBackgroundColor=#ffffff;" edge="1" parent="1" source="fw_boot_b9" target="fw_boot_b10"><mxGeometry relative="1" as="geometry"/></mxCell>
      </root></mxGraphModel>
  </diagram>
  <diagram name="3. Runtime Tasks &amp; Data Flow" id="fw_runtime">
-     <mxGraphModel dx="1400" dy="900" grid="1" gridSize="10" guides="1" tooltips="1" connect="1" arrows="1" fold="1" page="1" pageScale="1" pageWidth="1500" pageHeight="1050" math="0" shadow="0">
+     <mxGraphModel dx="1400" dy="900" grid="1" gridSize="10" guides="1" tooltips="1" connect="1" arrows="1" fold="1" page="1" pageScale="1" pageWidth="1600" pageHeight="1250" math="0" shadow="0">
      <root><mxCell id="0"/><mxCell id="1" parent="0"/>
-         <mxCell id="fw_runtime_r_t" value="RUNTIME - FreeRTOS tasks, queues &amp; data flow (one firmware, profile-driven)" style="rounded=1;whiteSpace=wrap;html=1;arcSize=6;fillColor=#ffffff;strokeColor=#ffffff;fontSize=13;fontStyle=1;verticalAlign=middle;align=center;dashed=0;" vertex="1" parent="1"><mxGeometry x="60" y="20" width="1000" height="36" as="geometry"/></mxCell>
-         <mxCell id="fw_runtime_sens" value="SensorTask&#10;sample ACTIVE channels&#10;at per-profile rates" style="rounded=1;whiteSpace=wrap;html=1;arcSize=6;fillColor=#d5e8d4;strokeColor=#82b366;fontSize=11;fontStyle=1;verticalAlign=middle;align=center;dashed=0;" vertex="1" parent="1"><mxGeometry x="60" y="90" width="200" height="80" as="geometry"/></mxCell>
-         <mxCell id="fw_runtime_q1" value="sample queue" style="rounded=1;whiteSpace=wrap;html=1;arcSize=6;fillColor=#f5f5f5;strokeColor=#999999;fontSize=11;fontStyle=0;verticalAlign=middle;align=center;dashed=0;" vertex="1" parent="1"><mxGeometry x="300" y="110" width="150" height="50" as="geometry"/></mxCell>
-         <mxCell id="fw_runtime_alarm" value="EdgeAlarmTask&#10;eval thresholds (retained cfg)&#10;breach -&gt; immediate publish" style="rounded=1;whiteSpace=wrap;html=1;arcSize=6;fillColor=#f8cecc;strokeColor=#b85450;fontSize=11;fontStyle=1;verticalAlign=middle;align=center;dashed=0;" vertex="1" parent="1"><mxGeometry x="490" y="80" width="220" height="80" as="geometry"/></mxCell>
-         <mxCell id="fw_runtime_tele" value="TelemetryTask&#10;serialize canonical envelope&#10;per-channel PUB (QoS1)&#10;heartbeat 30s (QoS0)" style="rounded=1;whiteSpace=wrap;html=1;arcSize=6;fillColor=#b0e3e6;strokeColor=#0e8088;fontSize=11;fontStyle=1;verticalAlign=middle;align=center;dashed=0;" vertex="1" parent="1"><mxGeometry x="490" y="190" width="220" height="90" as="geometry"/></mxCell>
-         <mxCell id="fw_runtime_buf" value="Ring buffer / SD&#10;store-and-forward&#10;(replay on reconnect)" style="rounded=1;whiteSpace=wrap;html=1;arcSize=6;fillColor=#fff2cc;strokeColor=#d6b656;fontSize=11;fontStyle=1;verticalAlign=middle;align=center;dashed=0;" vertex="1" parent="1"><mxGeometry x="300" y="200" width="160" height="80" as="geometry"/></mxCell>
-         <mxCell id="fw_runtime_link" value="LinkMgr / ConnTask&#10;Wi-Fi/4G/LoRa failover&#10;MQTT keepalive + reconnect" style="rounded=1;whiteSpace=wrap;html=1;arcSize=6;fillColor=#d5e8d4;strokeColor=#82b366;fontSize=11;fontStyle=1;verticalAlign=middle;align=center;dashed=0;" vertex="1" parent="1"><mxGeometry x="760" y="120" width="220" height="90" as="geometry"/></mxCell>
-         <mxCell id="fw_runtime_broker" value="EMQX broker&#10;(mTLS)" style="rounded=1;whiteSpace=wrap;html=1;arcSize=6;fillColor=#e1d5e7;strokeColor=#9673a6;fontSize=11;fontStyle=1;verticalAlign=middle;align=center;dashed=0;" vertex="1" parent="1"><mxGeometry x="1030" y="130" width="150" height="70" as="geometry"/></mxCell>
-         <mxCell id="fw_runtime_cfg" value="ConfigTask&#10;retained config -&gt;&#10;thresholds, sample rates" style="rounded=1;whiteSpace=wrap;html=1;arcSize=6;fillColor=#ffe6cc;strokeColor=#d79b00;fontSize=11;fontStyle=1;verticalAlign=middle;align=center;dashed=0;" vertex="1" parent="1"><mxGeometry x="60" y="320" width="220" height="80" as="geometry"/></mxCell>
-         <mxCell id="fw_runtime_cmd" value="CmdTask&#10;cmd/{op}: reboot,&#10;calibrate, set-threshold" style="rounded=1;whiteSpace=wrap;html=1;arcSize=6;fillColor=#ffe6cc;strokeColor=#d79b00;fontSize=11;fontStyle=1;verticalAlign=middle;align=center;dashed=0;" vertex="1" parent="1"><mxGeometry x="320" y="320" width="210" height="80" as="geometry"/></mxCell>
-         <mxCell id="fw_runtime_ota" value="OTATask&#10;ota/cmd -&gt; HTTPS fetch -&gt;&#10;SHA256+secureboot -&gt; A/B -&gt; rollback" style="rounded=1;whiteSpace=wrap;html=1;arcSize=6;fillColor=#fff2cc;strokeColor=#d6b656;fontSize=11;fontStyle=1;verticalAlign=middle;align=center;dashed=0;" vertex="1" parent="1"><mxGeometry x="560" y="320" width="260" height="80" as="geometry"/></mxCell>
-         <mxCell id="fw_runtime_wdt" value="Watchdog (TWDT)&#10;monitors all tasks -&gt;&#10;reset on hang" style="rounded=1;whiteSpace=wrap;html=1;arcSize=6;fillColor=#f8cecc;strokeColor=#b85450;fontSize=11;fontStyle=1;verticalAlign=middle;align=center;dashed=0;" vertex="1" parent="1"><mxGeometry x="860" y="320" width="220" height="80" as="geometry"/></mxCell>
+         <mxCell id="fw_runtime_r_t" value="RUNTIME - FreeRTOS tasks, queues &amp; data flow (profile-driven, fault-tolerant)" style="rounded=1;whiteSpace=wrap;html=1;arcSize=6;fillColor=#ffffff;strokeColor=#ffffff;fontSize=13;fontStyle=1;verticalAlign=middle;align=center;dashed=0;" vertex="1" parent="1"><mxGeometry x="60" y="20" width="1100" height="36" as="geometry"/></mxCell>
+         <mxCell id="fw_runtime_sens" value="SensorTask&#10;sample ACTIVE channels&#10;at per-profile rates" style="rounded=1;whiteSpace=wrap;html=1;arcSize=6;fillColor=#d5e8d4;strokeColor=#82b366;fontSize=11;fontStyle=1;verticalAlign=middle;align=center;dashed=0;" vertex="1" parent="1"><mxGeometry x="60" y="100" width="200" height="80" as="geometry"/></mxCell>
+         <mxCell id="fw_runtime_q1" value="sample queue" style="rounded=1;whiteSpace=wrap;html=1;arcSize=6;fillColor=#f5f5f5;strokeColor=#999999;fontSize=11;fontStyle=0;verticalAlign=middle;align=center;dashed=0;" vertex="1" parent="1"><mxGeometry x="300" y="115" width="150" height="50" as="geometry"/></mxCell>
+         <mxCell id="fw_runtime_alarm" value="EdgeAlarmTask&#10;eval thresholds (retained cfg)&#10;breach -&gt; enqueue alarm" style="rounded=1;whiteSpace=wrap;html=1;arcSize=6;fillColor=#f8cecc;strokeColor=#b85450;fontSize=11;fontStyle=1;verticalAlign=middle;align=center;dashed=0;" vertex="1" parent="1"><mxGeometry x="490" y="70" width="220" height="80" as="geometry"/></mxCell>
+         <mxCell id="fw_runtime_tele" value="TelemetryTask&#10;serialize envelope (+quality)&#10;per-channel + heartbeat" style="rounded=1;whiteSpace=wrap;html=1;arcSize=6;fillColor=#b0e3e6;strokeColor=#0e8088;fontSize=11;fontStyle=1;verticalAlign=middle;align=center;dashed=0;" vertex="1" parent="1"><mxGeometry x="490" y="185" width="220" height="85" as="geometry"/></mxCell>
+         <mxCell id="fw_runtime_buf" value="Ring buffer / SD&#10;store-and-forward&#10;POLICY: FIFO drop-OLDEST&#10;(telemetry); NEVER drop alarms" style="rounded=1;whiteSpace=wrap;html=1;arcSize=6;fillColor=#fff2cc;strokeColor=#d6b656;fontSize=10;fontStyle=1;verticalAlign=middle;align=center;dashed=0;" vertex="1" parent="1"><mxGeometry x="300" y="215" width="180" height="105" as="geometry"/></mxCell>
+         <mxCell id="fw_runtime_egr" value="EGRESS / PUBLISH QUEUE&#10;single producer-of-record&#10;priority: ALARM(QoS1) &gt; Telemetry&#10;LinkMgr drains 1-by-1" style="rounded=1;whiteSpace=wrap;html=1;arcSize=6;fillColor=#b0e3e6;strokeColor=#0e8088;fontSize=11;fontStyle=1;verticalAlign=middle;align=center;dashed=0;" vertex="1" parent="1"><mxGeometry x="760" y="110" width="230" height="100" as="geometry"/></mxCell>
+         <mxCell id="fw_runtime_link" value="LinkMgr / ConnTask&#10;Wi-Fi/4G/LoRa failover (+backoff)&#10;MQTT keepalive + reconnect" style="rounded=1;whiteSpace=wrap;html=1;arcSize=6;fillColor=#d5e8d4;strokeColor=#82b366;fontSize=11;fontStyle=1;verticalAlign=middle;align=center;dashed=0;" vertex="1" parent="1"><mxGeometry x="1040" y="115" width="230" height="90" as="geometry"/></mxCell>
+         <mxCell id="fw_runtime_broker" value="EMQX broker&#10;(mTLS)" style="rounded=1;whiteSpace=wrap;html=1;arcSize=6;fillColor=#e1d5e7;strokeColor=#9673a6;fontSize=11;fontStyle=1;verticalAlign=middle;align=center;dashed=0;" vertex="1" parent="1"><mxGeometry x="1330" y="130" width="140" height="70" as="geometry"/></mxCell>
+         <mxCell id="fw_runtime_cfg" value="ConfigTask&#10;retained config -&gt;&#10;thresholds, sample rates" style="rounded=1;whiteSpace=wrap;html=1;arcSize=6;fillColor=#ffe6cc;strokeColor=#d79b00;fontSize=11;fontStyle=1;verticalAlign=middle;align=center;dashed=0;" vertex="1" parent="1"><mxGeometry x="60" y="380" width="220" height="80" as="geometry"/></mxCell>
+         <mxCell id="fw_runtime_cmd" value="CmdTask&#10;cmd/{op}: reboot,&#10;calibrate, set-threshold" style="rounded=1;whiteSpace=wrap;html=1;arcSize=6;fillColor=#ffe6cc;strokeColor=#d79b00;fontSize=11;fontStyle=1;verticalAlign=middle;align=center;dashed=0;" vertex="1" parent="1"><mxGeometry x="320" y="380" width="210" height="80" as="geometry"/></mxCell>
+         <mxCell id="fw_runtime_ota" value="OTATask&#10;ota/cmd -&gt; fetch -&gt; SHA256&#10;+secureboot -&gt; A/B -&gt; rollback" style="rounded=1;whiteSpace=wrap;html=1;arcSize=6;fillColor=#fff2cc;strokeColor=#d6b656;fontSize=11;fontStyle=1;verticalAlign=middle;align=center;dashed=0;" vertex="1" parent="1"><mxGeometry x="570" y="380" width="250" height="80" as="geometry"/></mxCell>
+         <mxCell id="fw_runtime_wdt" value="WATCHDOG Task (TWDT)&#10;each task feeds a heartbeat flag&#10;missing flag -&gt; targeted reset&#10;(pinpoints the hung task)" style="rounded=1;whiteSpace=wrap;html=1;arcSize=6;fillColor=#f8cecc;strokeColor=#b85450;fontSize=11;fontStyle=1;verticalAlign=middle;align=center;dashed=0;" vertex="1" parent="1"><mxGeometry x="860" y="380" width="260" height="90" as="geometry"/></mxCell>
        <mxCell id="fw_runtime_e1" value="" style="edgeStyle=orthogonalEdgeStyle;rounded=1;html=1;endArrow=block;strokeColor=#3b3b3b;fontSize=10;dashed=0;labelBackgroundColor=#ffffff;" edge="1" parent="1" source="fw_runtime_sens" target="fw_runtime_q1"><mxGeometry relative="1" as="geometry"/></mxCell>
        <mxCell id="fw_runtime_e2" value="" style="edgeStyle=orthogonalEdgeStyle;rounded=1;html=1;endArrow=block;strokeColor=#b85450;fontSize=10;dashed=0;labelBackgroundColor=#ffffff;" edge="1" parent="1" source="fw_runtime_q1" target="fw_runtime_alarm"><mxGeometry relative="1" as="geometry"/></mxCell>
        <mxCell id="fw_runtime_e3" value="" style="edgeStyle=orthogonalEdgeStyle;rounded=1;html=1;endArrow=block;strokeColor=#0e8088;fontSize=10;dashed=0;labelBackgroundColor=#ffffff;" edge="1" parent="1" source="fw_runtime_q1" target="fw_runtime_tele"><mxGeometry relative="1" as="geometry"/></mxCell>
-         <mxCell id="fw_runtime_e4" value="" style="edgeStyle=orthogonalEdgeStyle;rounded=1;html=1;endArrow=block;strokeColor=#3b3b3b;fontSize=10;dashed=0;labelBackgroundColor=#ffffff;" edge="1" parent="1" source="fw_runtime_tele" target="fw_runtime_link"><mxGeometry relative="1" as="geometry"/></mxCell>
-         <mxCell id="fw_runtime_e5" value="alarm PUB" style="edgeStyle=orthogonalEdgeStyle;rounded=1;html=1;endArrow=block;strokeColor=#b85450;fontSize=10;dashed=1;labelBackgroundColor=#ffffff;" edge="1" parent="1" source="fw_runtime_alarm" target="fw_runtime_link"><mxGeometry relative="1" as="geometry"/></mxCell>
-         <mxCell id="fw_runtime_e6" value="mTLS / QoS" style="edgeStyle=orthogonalEdgeStyle;rounded=1;html=1;endArrow=block;strokeColor=#3b3b3b;fontSize=10;dashed=0;labelBackgroundColor=#ffffff;" edge="1" parent="1" source="fw_runtime_link" target="fw_runtime_broker"><mxGeometry relative="1" as="geometry"/></mxCell>
-         <mxCell id="fw_runtime_e7" value="offline -&gt;" style="edgeStyle=orthogonalEdgeStyle;rounded=1;html=1;endArrow=block;strokeColor=#d6b656;fontSize=10;dashed=1;labelBackgroundColor=#ffffff;" edge="1" parent="1" source="fw_runtime_tele" target="fw_runtime_buf"><mxGeometry relative="1" as="geometry"/></mxCell>
-         <mxCell id="fw_runtime_e8" value="replay" style="edgeStyle=orthogonalEdgeStyle;rounded=1;html=1;endArrow=block;strokeColor=#d6b656;fontSize=10;dashed=1;labelBackgroundColor=#ffffff;" edge="1" parent="1" source="fw_runtime_buf" target="fw_runtime_link"><mxGeometry relative="1" as="geometry"/></mxCell>
-         <mxCell id="fw_runtime_e9" value="config/cmd/ota (down)" style="edgeStyle=orthogonalEdgeStyle;rounded=1;html=1;endArrow=block;strokeColor=#9673a6;fontSize=10;dashed=1;labelBackgroundColor=#ffffff;" edge="1" parent="1" source="fw_runtime_broker" target="fw_runtime_link"><mxGeometry relative="1" as="geometry"/></mxCell>
-         <mxCell id="fw_runtime_e10" value="" style="edgeStyle=orthogonalEdgeStyle;rounded=1;html=1;endArrow=block;strokeColor=#3b3b3b;fontSize=10;dashed=0;labelBackgroundColor=#ffffff;" edge="1" parent="1" source="fw_runtime_link" target="fw_runtime_cfg"><mxGeometry relative="1" as="geometry"/></mxCell>
-         <mxCell id="fw_runtime_e11" value="" style="edgeStyle=orthogonalEdgeStyle;rounded=1;html=1;endArrow=block;strokeColor=#3b3b3b;fontSize=10;dashed=0;labelBackgroundColor=#ffffff;" edge="1" parent="1" source="fw_runtime_link" target="fw_runtime_cmd"><mxGeometry relative="1" as="geometry"/></mxCell>
-         <mxCell id="fw_runtime_e12" value="" style="edgeStyle=orthogonalEdgeStyle;rounded=1;html=1;endArrow=block;strokeColor=#3b3b3b;fontSize=10;dashed=0;labelBackgroundColor=#ffffff;" edge="1" parent="1" source="fw_runtime_link" target="fw_runtime_ota"><mxGeometry relative="1" as="geometry"/></mxCell>
-         <mxCell id="fw_runtime_e13" value="new thresholds" style="edgeStyle=orthogonalEdgeStyle;rounded=1;html=1;endArrow=block;strokeColor=#d79b00;fontSize=10;dashed=1;labelBackgroundColor=#ffffff;" edge="1" parent="1" source="fw_runtime_cfg" target="fw_runtime_alarm"><mxGeometry relative="1" as="geometry"/></mxCell>
-         <mxCell id="fw_runtime_e14" value="new rates" style="edgeStyle=orthogonalEdgeStyle;rounded=1;html=1;endArrow=block;strokeColor=#d79b00;fontSize=10;dashed=1;labelBackgroundColor=#ffffff;" edge="1" parent="1" source="fw_runtime_cfg" target="fw_runtime_sens"><mxGeometry relative="1" as="geometry"/></mxCell>
+         <mxCell id="fw_runtime_e4" value="high prio" style="edgeStyle=orthogonalEdgeStyle;rounded=1;html=1;endArrow=block;strokeColor=#b85450;fontSize=10;dashed=0;labelBackgroundColor=#ffffff;" edge="1" parent="1" source="fw_runtime_alarm" target="fw_runtime_egr"><mxGeometry relative="1" as="geometry"/></mxCell>
+         <mxCell id="fw_runtime_e5" value="normal" style="edgeStyle=orthogonalEdgeStyle;rounded=1;html=1;endArrow=block;strokeColor=#0e8088;fontSize=10;dashed=0;labelBackgroundColor=#ffffff;" edge="1" parent="1" source="fw_runtime_tele" target="fw_runtime_egr"><mxGeometry relative="1" as="geometry"/></mxCell>
+         <mxCell id="fw_runtime_e6" value="drain 1-by-1" style="edgeStyle=orthogonalEdgeStyle;rounded=1;html=1;endArrow=block;strokeColor=#3b3b3b;fontSize=10;dashed=0;labelBackgroundColor=#ffffff;" edge="1" parent="1" source="fw_runtime_egr" target="fw_runtime_link"><mxGeometry relative="1" as="geometry"/></mxCell>
+         <mxCell id="fw_runtime_e7" value="mTLS / QoS" style="edgeStyle=orthogonalEdgeStyle;rounded=1;html=1;endArrow=block;strokeColor=#3b3b3b;fontSize=10;dashed=0;labelBackgroundColor=#ffffff;" edge="1" parent="1" source="fw_runtime_link" target="fw_runtime_broker"><mxGeometry relative="1" as="geometry"/></mxCell>
+         <mxCell id="fw_runtime_e8" value="offline -&gt;" style="edgeStyle=orthogonalEdgeStyle;rounded=1;html=1;endArrow=block;strokeColor=#d6b656;fontSize=10;dashed=1;labelBackgroundColor=#ffffff;" edge="1" parent="1" source="fw_runtime_tele" target="fw_runtime_buf"><mxGeometry relative="1" as="geometry"/></mxCell>
+         <mxCell id="fw_runtime_e9" value="replay" style="edgeStyle=orthogonalEdgeStyle;rounded=1;html=1;endArrow=block;strokeColor=#d6b656;fontSize=10;dashed=1;labelBackgroundColor=#ffffff;" edge="1" parent="1" source="fw_runtime_buf" target="fw_runtime_egr"><mxGeometry relative="1" as="geometry"/></mxCell>
+         <mxCell id="fw_runtime_e10" value="config/cmd/ota (down)" style="edgeStyle=orthogonalEdgeStyle;rounded=1;html=1;endArrow=block;strokeColor=#9673a6;fontSize=10;dashed=1;labelBackgroundColor=#ffffff;" edge="1" parent="1" source="fw_runtime_broker" target="fw_runtime_link"><mxGeometry relative="1" as="geometry"/></mxCell>
+         <mxCell id="fw_runtime_e11" value="" style="edgeStyle=orthogonalEdgeStyle;rounded=1;html=1;endArrow=block;strokeColor=#3b3b3b;fontSize=10;dashed=0;labelBackgroundColor=#ffffff;" edge="1" parent="1" source="fw_runtime_link" target="fw_runtime_cfg"><mxGeometry relative="1" as="geometry"/></mxCell>
+         <mxCell id="fw_runtime_e12" value="" style="edgeStyle=orthogonalEdgeStyle;rounded=1;html=1;endArrow=block;strokeColor=#3b3b3b;fontSize=10;dashed=0;labelBackgroundColor=#ffffff;" edge="1" parent="1" source="fw_runtime_link" target="fw_runtime_cmd"><mxGeometry relative="1" as="geometry"/></mxCell>
+         <mxCell id="fw_runtime_e13" value="" style="edgeStyle=orthogonalEdgeStyle;rounded=1;html=1;endArrow=block;strokeColor=#3b3b3b;fontSize=10;dashed=0;labelBackgroundColor=#ffffff;" edge="1" parent="1" source="fw_runtime_link" target="fw_runtime_ota"><mxGeometry relative="1" as="geometry"/></mxCell>
+         <mxCell id="fw_runtime_e14" value="new thresholds" style="edgeStyle=orthogonalEdgeStyle;rounded=1;html=1;endArrow=block;strokeColor=#d79b00;fontSize=10;dashed=1;labelBackgroundColor=#ffffff;" edge="1" parent="1" source="fw_runtime_cfg" target="fw_runtime_alarm"><mxGeometry relative="1" as="geometry"/></mxCell>
+         <mxCell id="fw_runtime_e15" value="new rates" style="edgeStyle=orthogonalEdgeStyle;rounded=1;html=1;endArrow=block;strokeColor=#d79b00;fontSize=10;dashed=1;labelBackgroundColor=#ffffff;" edge="1" parent="1" source="fw_runtime_cfg" target="fw_runtime_sens"><mxGeometry relative="1" as="geometry"/></mxCell>
+         <mxCell id="fw_runtime_e16" value="hb" style="edgeStyle=orthogonalEdgeStyle;rounded=1;html=1;endArrow=block;strokeColor=#b85450;fontSize=10;dashed=1;labelBackgroundColor=#ffffff;exitX=0.5;exitY=1;" edge="1" parent="1" source="fw_runtime_sens" target="fw_runtime_wdt"><mxGeometry relative="1" as="geometry"/></mxCell>
+         <mxCell id="fw_runtime_e17" value="hb" style="edgeStyle=orthogonalEdgeStyle;rounded=1;html=1;endArrow=block;strokeColor=#b85450;fontSize=10;dashed=1;labelBackgroundColor=#ffffff;exitX=0.5;exitY=1;" edge="1" parent="1" source="fw_runtime_alarm" target="fw_runtime_wdt"><mxGeometry relative="1" as="geometry"/></mxCell>
+         <mxCell id="fw_runtime_e18" value="hb" style="edgeStyle=orthogonalEdgeStyle;rounded=1;html=1;endArrow=block;strokeColor=#b85450;fontSize=10;dashed=1;labelBackgroundColor=#ffffff;exitX=0.5;exitY=1;" edge="1" parent="1" source="fw_runtime_tele" target="fw_runtime_wdt"><mxGeometry relative="1" as="geometry"/></mxCell>
+         <mxCell id="fw_runtime_e19" value="hb" style="edgeStyle=orthogonalEdgeStyle;rounded=1;html=1;endArrow=block;strokeColor=#b85450;fontSize=10;dashed=1;labelBackgroundColor=#ffffff;exitX=0.5;exitY=1;" edge="1" parent="1" source="fw_runtime_link" target="fw_runtime_wdt"><mxGeometry relative="1" as="geometry"/></mxCell>
+         <mxCell id="fw_runtime_e20" value="hb" style="edgeStyle=orthogonalEdgeStyle;rounded=1;html=1;endArrow=block;strokeColor=#b85450;fontSize=10;dashed=1;labelBackgroundColor=#ffffff;exitX=0.5;exitY=1;" edge="1" parent="1" source="fw_runtime_ota" target="fw_runtime_wdt"><mxGeometry relative="1" as="geometry"/></mxCell>
      </root></mxGraphModel>
  </diagram>
  <diagram name="4. Per-Product Sensor Mapping" id="fw_map">
-     <mxGraphModel dx="1400" dy="900" grid="1" gridSize="10" guides="1" tooltips="1" connect="1" arrows="1" fold="1" page="1" pageScale="1" pageWidth="1500" pageHeight="1050" math="0" shadow="0">
+     <mxGraphModel dx="1400" dy="900" grid="1" gridSize="10" guides="1" tooltips="1" connect="1" arrows="1" fold="1" page="1" pageScale="1" pageWidth="1600" pageHeight="1250" math="0" shadow="0">
      <root><mxCell id="0"/><mxCell id="1" parent="0"/>
-         <mxCell id="fw_map_m_t" value="Per-product channels -&gt; PCB interface (HAL) -&gt; canonical envelope -&gt; EMQX" style="rounded=1;whiteSpace=wrap;html=1;arcSize=6;fillColor=#ffffff;strokeColor=#ffffff;fontSize=13;fontStyle=1;verticalAlign=middle;align=center;dashed=0;" vertex="1" parent="1"><mxGeometry x="60" y="20" width="1100" height="36" as="geometry"/></mxCell>
+         <mxCell id="fw_map_m_t" value="Per-product channels -&gt; PCB interface (HAL, +fault/quality, +debounce) -&gt; canonical envelope -&gt; EMQX" style="rounded=1;whiteSpace=wrap;html=1;arcSize=6;fillColor=#ffffff;strokeColor=#ffffff;fontSize=13;fontStyle=1;verticalAlign=middle;align=center;dashed=0;" vertex="1" parent="1"><mxGeometry x="60" y="20" width="1150" height="36" as="geometry"/></mxCell>
        <mxCell id="fw_map_blood" value="bloodBOX (host=b)&#10;&#10;temp_c        (I2C)&#10;rh_pct        (I2C)&#10;batt_pct      (ADC)&#10;impact_g      (I2C accel)&#10;gps           (UART)&#10;baro_alt_m    (I2C baro)" style="rounded=1;whiteSpace=wrap;html=1;arcSize=6;fillColor=#f8cecc;strokeColor=#b85450;fontSize=11;fontStyle=1;verticalAlign=middle;align=center;dashed=0;" vertex="1" parent="1"><mxGeometry x="60" y="90" width="250" height="210" as="geometry"/></mxCell>
-         <mxCell id="fw_map_fridge" value="refrigeDataLogger (host=c)&#10;&#10;temp_c        (I2C / 1-wire)&#10;door_state    (DI)&#10;online        (link)" style="rounded=1;whiteSpace=wrap;html=1;arcSize=6;fillColor=#d5e8d4;strokeColor=#82b366;fontSize=11;fontStyle=1;verticalAlign=middle;align=center;dashed=0;" vertex="1" parent="1"><mxGeometry x="60" y="330" width="250" height="140" as="geometry"/></mxCell>
+         <mxCell id="fw_map_fridge" value="refrigeDataLogger (host=c)&#10;&#10;temp_c        (I2C / 1-wire)&#10;door_state    (DI, debounced)&#10;online        (link)" style="rounded=1;whiteSpace=wrap;html=1;arcSize=6;fillColor=#d5e8d4;strokeColor=#82b366;fontSize=11;fontStyle=1;verticalAlign=middle;align=center;dashed=0;" vertex="1" parent="1"><mxGeometry x="60" y="330" width="250" height="140" as="geometry"/></mxCell>
        <mxCell id="fw_map_trafo" value="transformersMonitoring (host=t)&#10;&#10;oil_temp_c    (RS485/ADC)&#10;ambient_temp_c(I2C)&#10;dga_h2_ppm    (RS485/analog)&#10;moisture_ppm  (RS485)&#10;oil_level_pct (ADC)&#10;load_pct      (CT/ADC)" style="rounded=1;whiteSpace=wrap;html=1;arcSize=6;fillColor=#ffe6cc;strokeColor=#d79b00;fontSize=11;fontStyle=1;verticalAlign=middle;align=center;dashed=0;" vertex="1" parent="1"><mxGeometry x="60" y="500" width="250" height="210" as="geometry"/></mxCell>
+         <mxCell id="fw_map_deb" value="DI DEBOUNCE / RATE-LIMIT (ISR)&#10;door_state etc. debounced ~50ms&#10;+ rate-limit -&gt; blocks spike floods&#10;into sample queue" style="rounded=1;whiteSpace=wrap;html=1;arcSize=6;fillColor=#fff2cc;strokeColor=#d6b656;fontSize=10;fontStyle=1;verticalAlign=middle;align=center;dashed=0;" vertex="1" parent="1"><mxGeometry x="60" y="735" width="250" height="95" as="geometry"/></mxCell>
        <mxCell id="fw_map_hal" value="HAL / PCB interfaces&#10;&#10;I2C (SDA/SCL)&#10;ADC (CT, battery, level)&#10;DI (door, status)&#10;RS485 (Modbus sensors)&#10;CAN (SN65HVD230)&#10;UART (GPS / 4G / LoRa)" style="rounded=1;whiteSpace=wrap;html=1;arcSize=6;fillColor=#f5f5f5;strokeColor=#999999;fontSize=11;fontStyle=1;verticalAlign=middle;align=center;dashed=0;" vertex="1" parent="1"><mxGeometry x="430" y="250" width="250" height="260" as="geometry"/></mxCell>
        <mxCell id="fw_map_prof" value="PRODUCT PROFILE&#10;selects active channels,&#10;rates &amp; thresholds&#10;(from retained config)" style="rounded=1;whiteSpace=wrap;html=1;arcSize=6;fillColor=#ffe6cc;strokeColor=#d79b00;fontSize=12;fontStyle=1;verticalAlign=middle;align=center;dashed=0;" vertex="1" parent="1"><mxGeometry x="430" y="40" width="250" height="150" as="geometry"/></mxCell>
-         <mxCell id="fw_map_env" value="Canonical envelope&#10;sensors/{sid}/raw&#10;{ts, device_id, product,&#10; channel, value, unit, quality}&#10;QoS1" style="rounded=1;whiteSpace=wrap;html=1;arcSize=6;fillColor=#b0e3e6;strokeColor=#0e8088;fontSize=11;fontStyle=1;verticalAlign=middle;align=center;dashed=0;" vertex="1" parent="1"><mxGeometry x="790" y="250" width="230" height="170" as="geometry"/></mxCell>
-         <mxCell id="fw_map_ingest" value="EMQX -&gt; per-product ingest&#10;$share/ingest-&lt;product&gt;&#10;-&gt; resolve host_fk (t|c|b)&#10;-&gt; JOIN *_sensor_specs&#10;-&gt; INSERT typed reading" style="rounded=1;whiteSpace=wrap;html=1;arcSize=6;fillColor=#e1d5e7;strokeColor=#9673a6;fontSize=11;fontStyle=1;verticalAlign=middle;align=center;dashed=0;" vertex="1" parent="1"><mxGeometry x="790" y="470" width="230" height="170" as="geometry"/></mxCell>
+         <mxCell id="fw_map_fault" value="HAL FAULT HANDLING&#10;read fail: open-wire / loose / I2C timeout / NACK&#10;-&gt; quality = error:&lt;code&gt;  (NOT value=0)&#10;stale read -&gt; quality = stale&#10;lets cloud tell 'real 0C' from 'dead sensor'" style="rounded=1;whiteSpace=wrap;html=1;arcSize=6;fillColor=#f8cecc;strokeColor=#b85450;fontSize=10;fontStyle=1;verticalAlign=middle;align=center;dashed=0;" vertex="1" parent="1"><mxGeometry x="430" y="565" width="250" height="150" as="geometry"/></mxCell>
+         <mxCell id="fw_map_env" value="Canonical envelope&#10;sensors/{sid}/raw&#10;{ ts, device_id, product, channel,&#10; value, unit, QUALITY }&#10;quality in {good, stale, error:&lt;code&gt;}&#10;QoS1" style="rounded=1;whiteSpace=wrap;html=1;arcSize=6;fillColor=#b0e3e6;strokeColor=#0e8088;fontSize=11;fontStyle=1;verticalAlign=middle;align=center;dashed=0;" vertex="1" parent="1"><mxGeometry x="800" y="250" width="250" height="180" as="geometry"/></mxCell>
+         <mxCell id="fw_map_ingest" value="EMQX -&gt; per-product ingest&#10;$share/ingest-&lt;product&gt;&#10;resolve host_fk (t|c|b)&#10;-&gt; JOIN *_sensor_specs&#10;bad quality -&gt; flag, don't trend" style="rounded=1;whiteSpace=wrap;html=1;arcSize=6;fillColor=#e1d5e7;strokeColor=#9673a6;fontSize=10;fontStyle=1;verticalAlign=middle;align=center;dashed=0;" vertex="1" parent="1"><mxGeometry x="800" y="470" width="250" height="170" as="geometry"/></mxCell>
        <mxCell id="fw_map_e1" value="" style="edgeStyle=orthogonalEdgeStyle;rounded=1;html=1;endArrow=block;strokeColor=#3b3b3b;fontSize=10;dashed=0;labelBackgroundColor=#ffffff;" edge="1" parent="1" source="fw_map_blood" target="fw_map_hal"><mxGeometry relative="1" as="geometry"/></mxCell>
        <mxCell id="fw_map_e2" value="" style="edgeStyle=orthogonalEdgeStyle;rounded=1;html=1;endArrow=block;strokeColor=#3b3b3b;fontSize=10;dashed=0;labelBackgroundColor=#ffffff;" edge="1" parent="1" source="fw_map_fridge" target="fw_map_hal"><mxGeometry relative="1" as="geometry"/></mxCell>
        <mxCell id="fw_map_e3" value="" style="edgeStyle=orthogonalEdgeStyle;rounded=1;html=1;endArrow=block;strokeColor=#3b3b3b;fontSize=10;dashed=0;labelBackgroundColor=#ffffff;" edge="1" parent="1" source="fw_map_trafo" target="fw_map_hal"><mxGeometry relative="1" as="geometry"/></mxCell>
-         <mxCell id="fw_map_e4" value="activate" style="edgeStyle=orthogonalEdgeStyle;rounded=1;html=1;endArrow=block;strokeColor=#d79b00;fontSize=10;dashed=1;labelBackgroundColor=#ffffff;" edge="1" parent="1" source="fw_map_prof" target="fw_map_hal"><mxGeometry relative="1" as="geometry"/></mxCell>
-         <mxCell id="fw_map_e5" value="one PUB per channel" style="edgeStyle=orthogonalEdgeStyle;rounded=1;html=1;endArrow=block;strokeColor=#3b3b3b;fontSize=10;dashed=0;labelBackgroundColor=#ffffff;" edge="1" parent="1" source="fw_map_hal" target="fw_map_env"><mxGeometry relative="1" as="geometry"/></mxCell>
-         <mxCell id="fw_map_e6" value="mTLS QoS1" style="edgeStyle=orthogonalEdgeStyle;rounded=1;html=1;endArrow=block;strokeColor=#3b3b3b;fontSize=10;dashed=0;labelBackgroundColor=#ffffff;" edge="1" parent="1" source="fw_map_env" target="fw_map_ingest"><mxGeometry relative="1" as="geometry"/></mxCell>
+         <mxCell id="fw_map_e4" value="clean edges" style="edgeStyle=orthogonalEdgeStyle;rounded=1;html=1;endArrow=block;strokeColor=#d6b656;fontSize=10;dashed=1;labelBackgroundColor=#ffffff;" edge="1" parent="1" source="fw_map_deb" target="fw_map_hal"><mxGeometry relative="1" as="geometry"/></mxCell>
+         <mxCell id="fw_map_e5" value="activate" style="edgeStyle=orthogonalEdgeStyle;rounded=1;html=1;endArrow=block;strokeColor=#d79b00;fontSize=10;dashed=1;labelBackgroundColor=#ffffff;" edge="1" parent="1" source="fw_map_prof" target="fw_map_hal"><mxGeometry relative="1" as="geometry"/></mxCell>
+         <mxCell id="fw_map_e6" value="every read" style="edgeStyle=orthogonalEdgeStyle;rounded=1;html=1;endArrow=block;strokeColor=#b85450;fontSize=10;dashed=0;labelBackgroundColor=#ffffff;" edge="1" parent="1" source="fw_map_hal" target="fw_map_fault"><mxGeometry relative="1" as="geometry"/></mxCell>
+         <mxCell id="fw_map_e7" value="value + quality" style="edgeStyle=orthogonalEdgeStyle;rounded=1;html=1;endArrow=block;strokeColor=#3b3b3b;fontSize=10;dashed=0;labelBackgroundColor=#ffffff;" edge="1" parent="1" source="fw_map_fault" target="fw_map_env"><mxGeometry relative="1" as="geometry"/></mxCell>
+         <mxCell id="fw_map_e8" value="mTLS QoS1" style="edgeStyle=orthogonalEdgeStyle;rounded=1;html=1;endArrow=block;strokeColor=#3b3b3b;fontSize=10;dashed=0;labelBackgroundColor=#ffffff;" edge="1" parent="1" source="fw_map_env" target="fw_map_ingest"><mxGeometry relative="1" as="geometry"/></mxCell>
      </root></mxGraphModel>
  </diagram>
</mxfile>